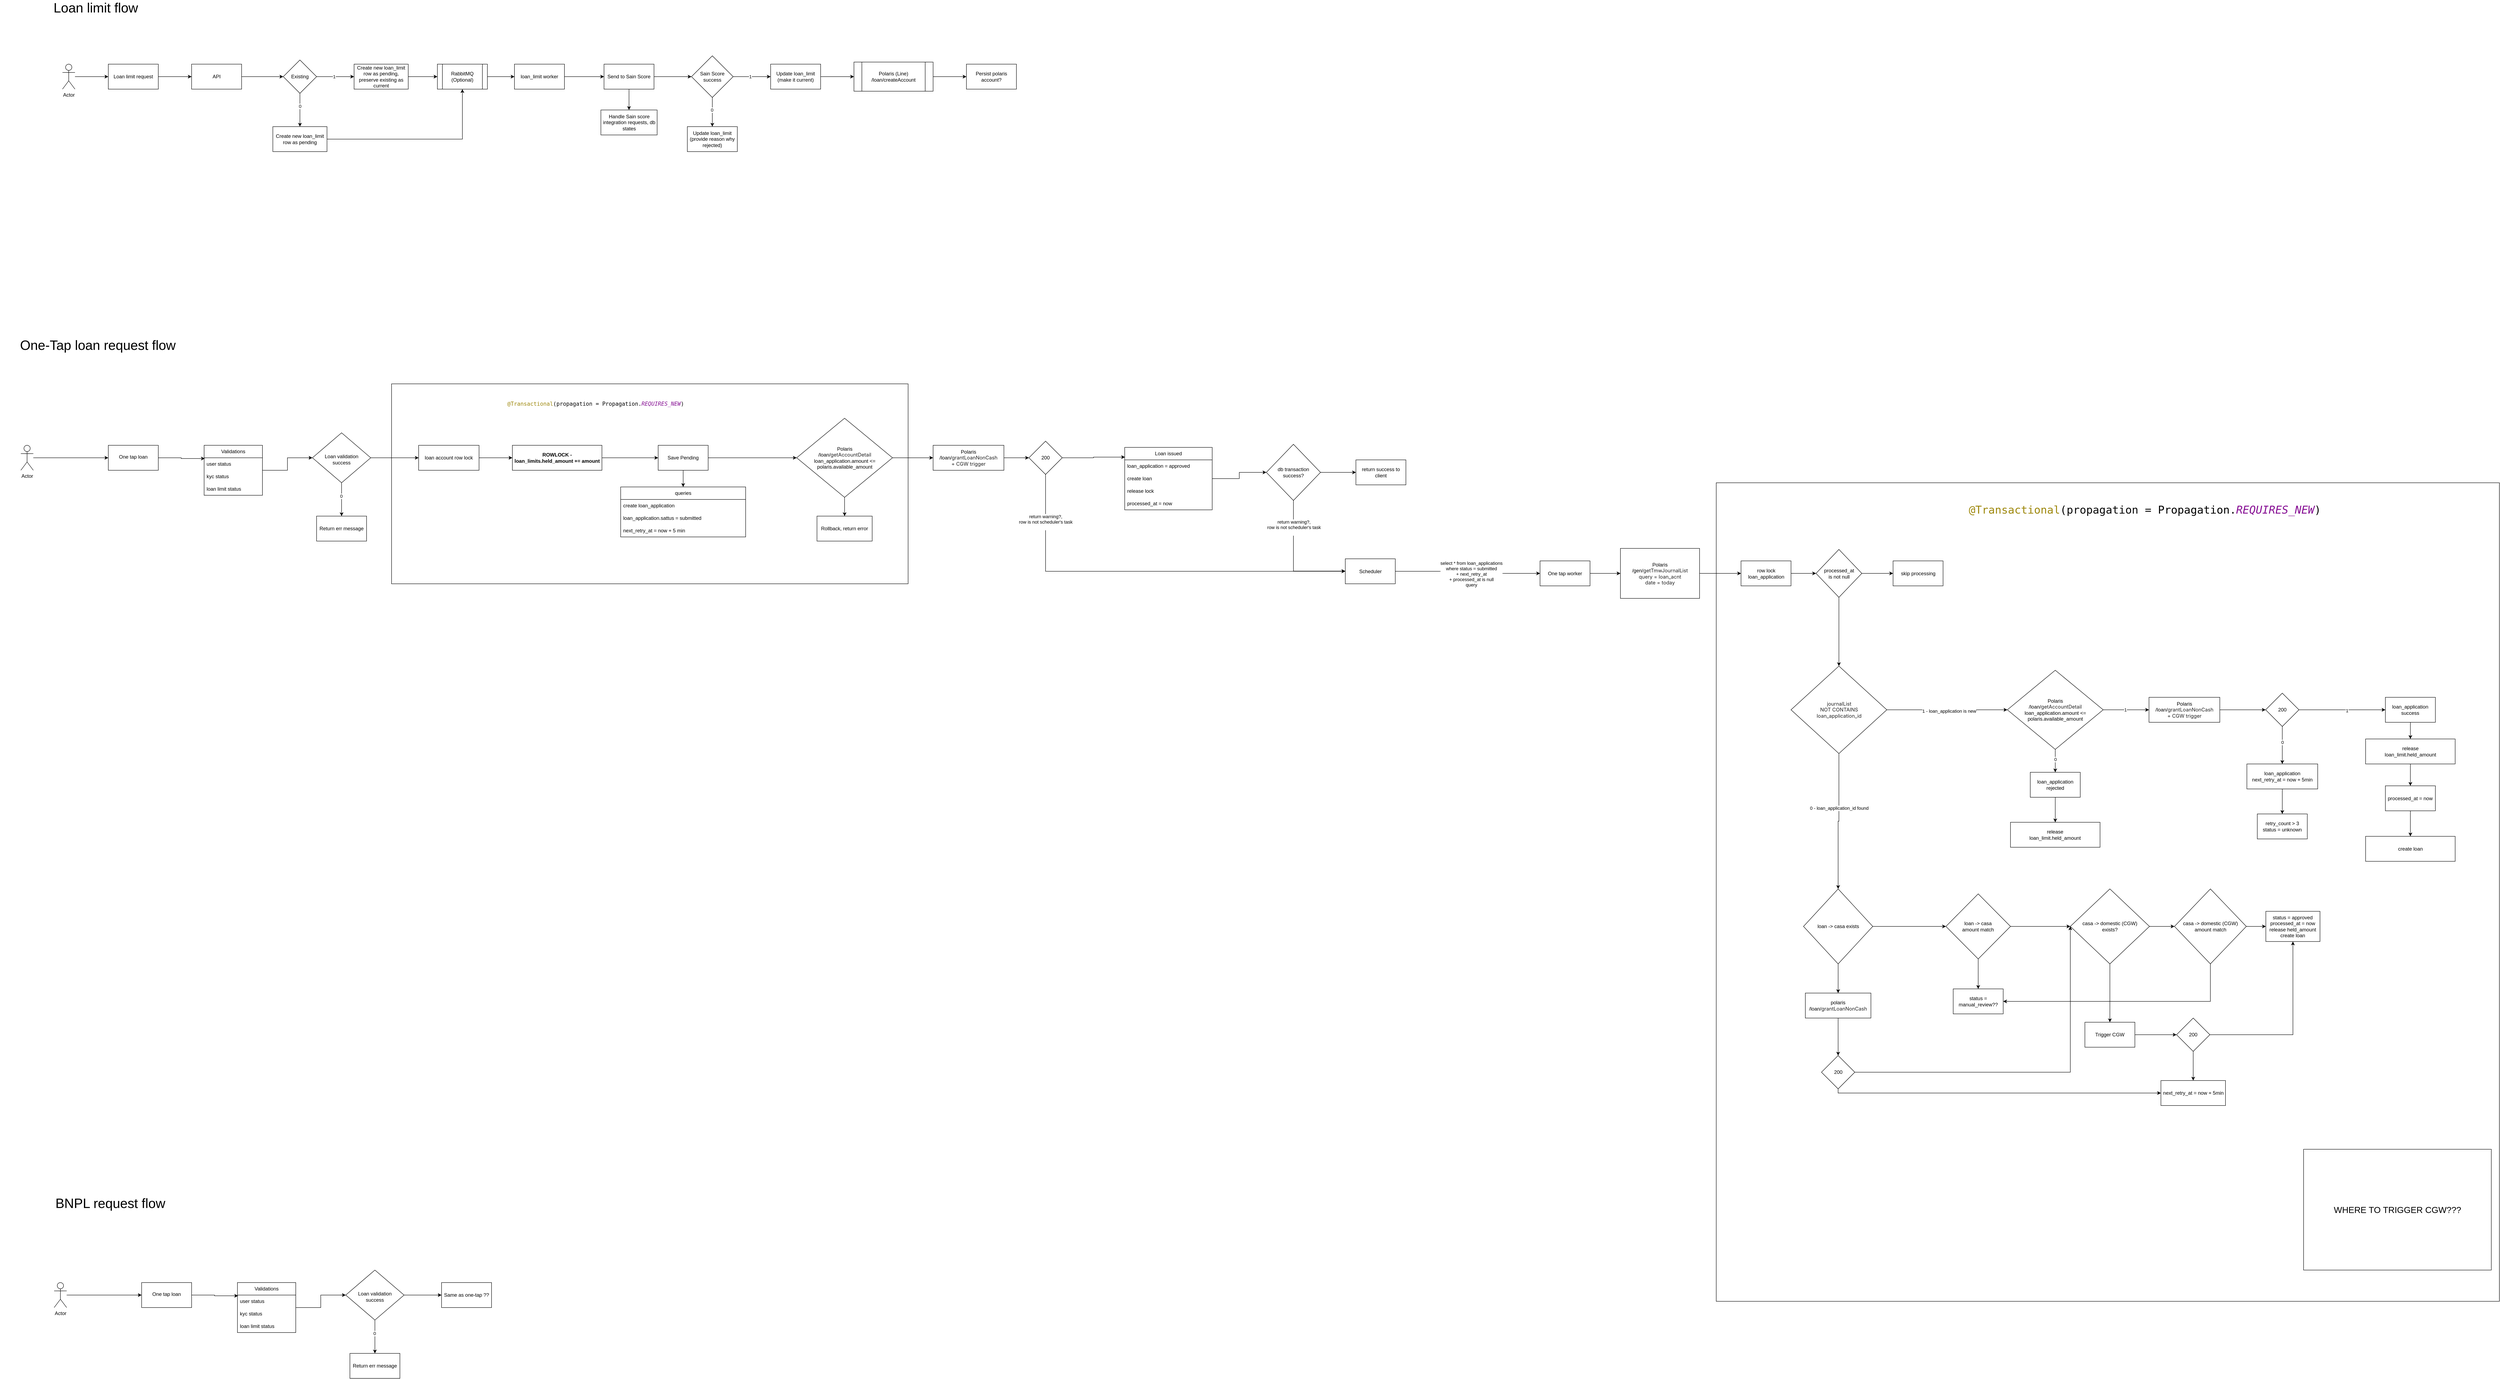
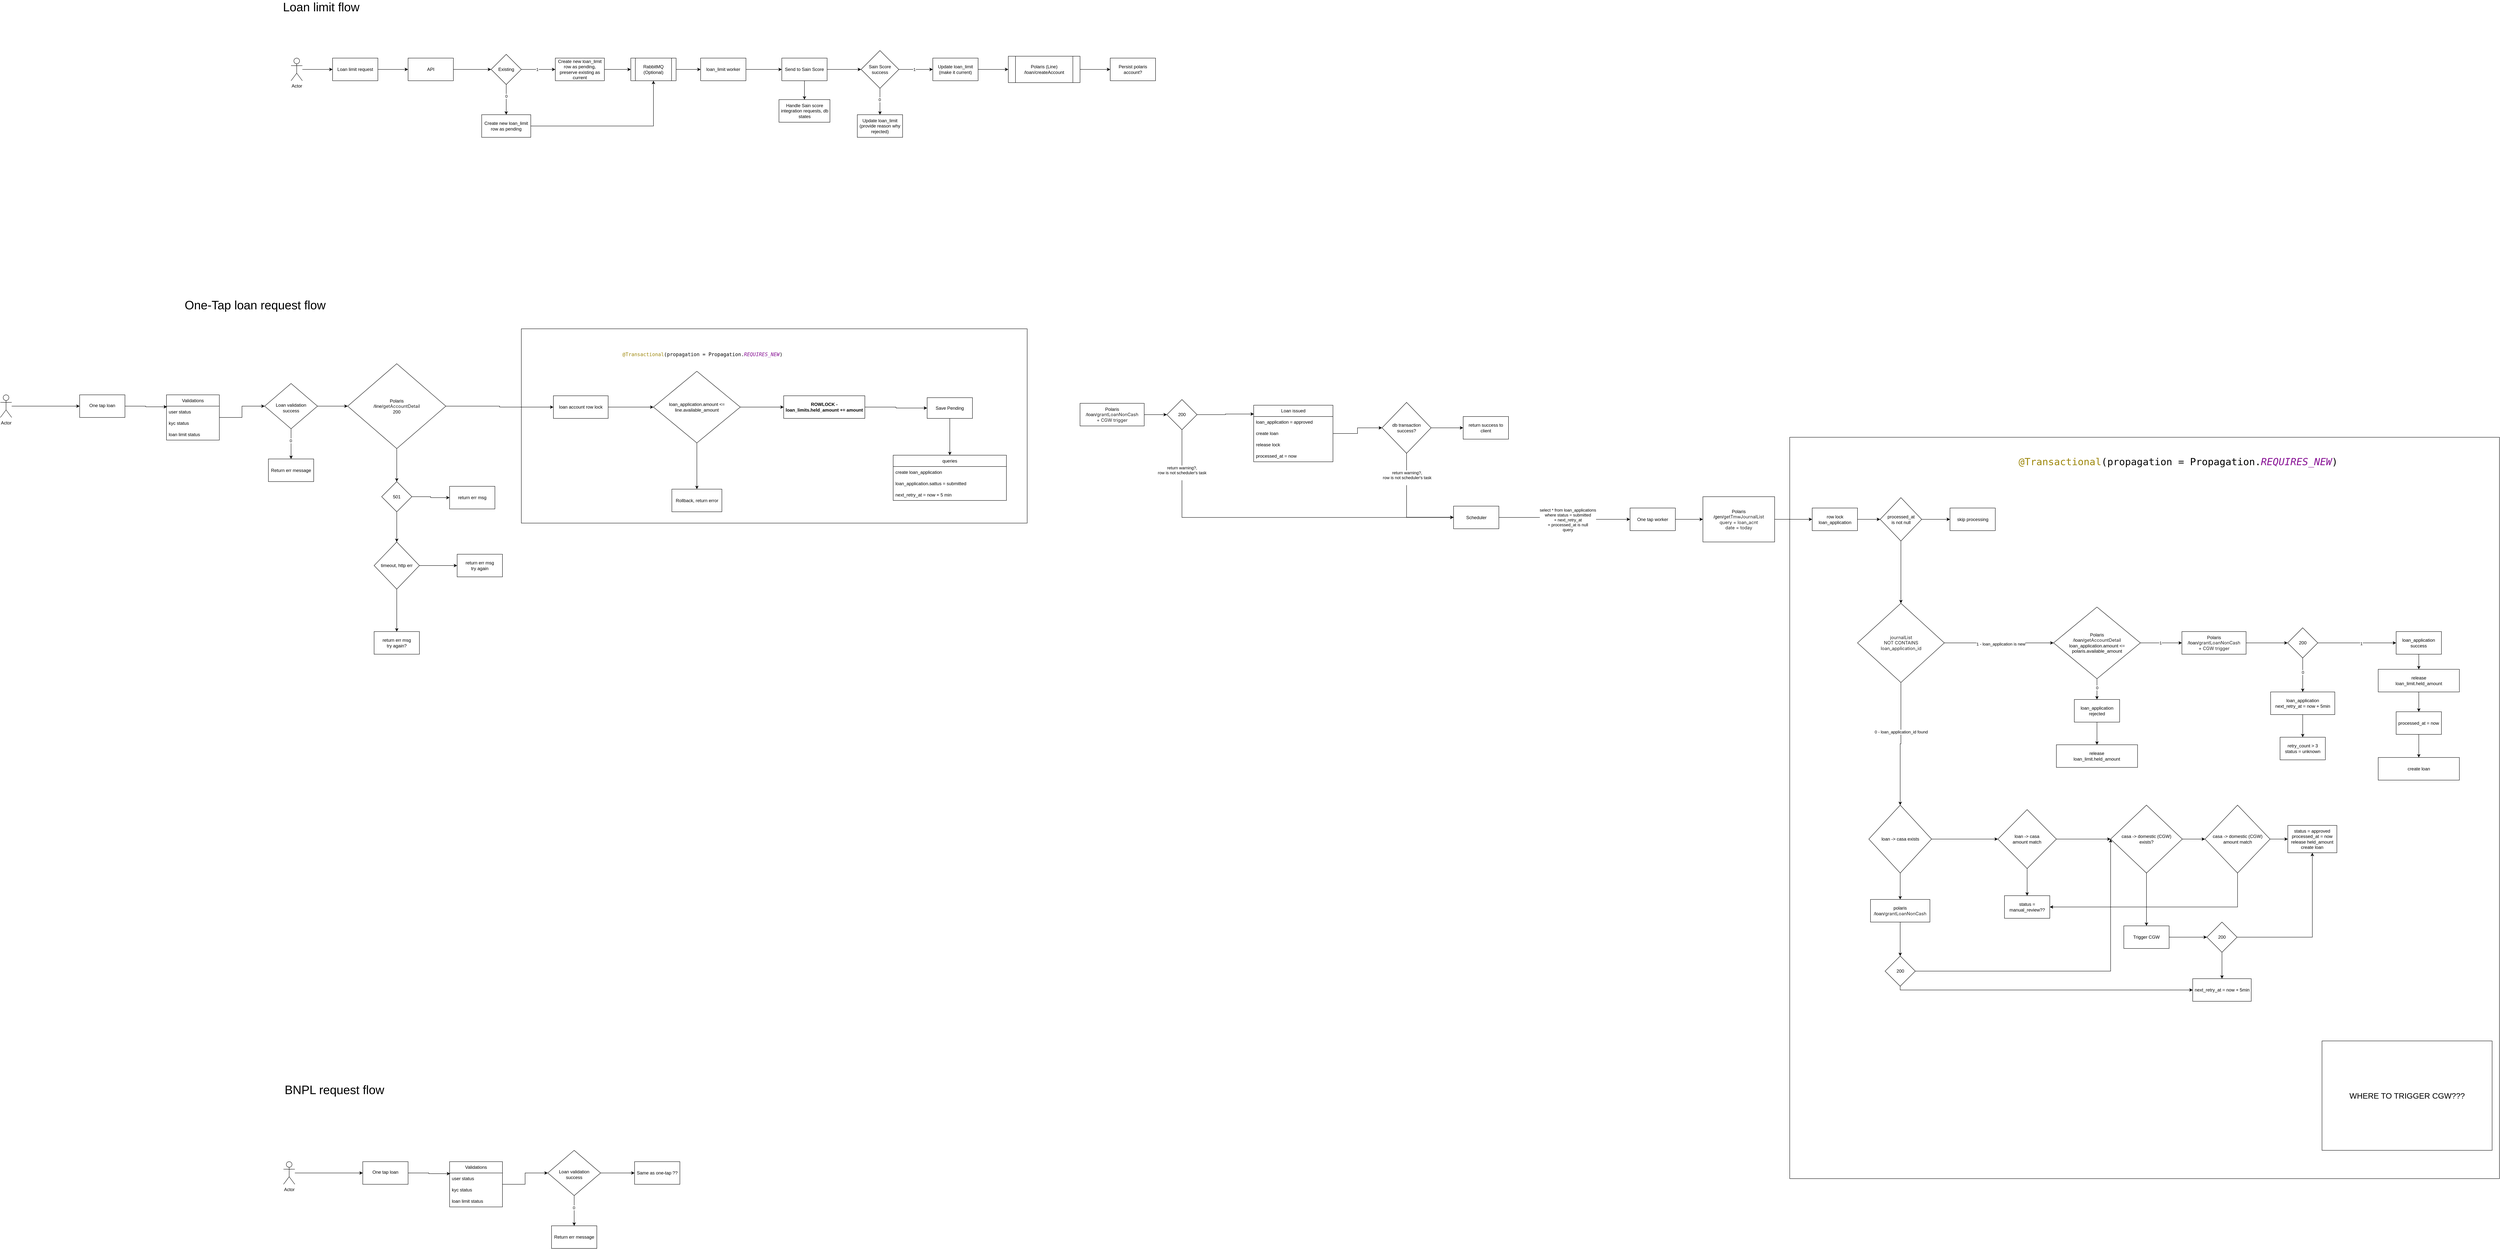
<mxfile host="app.diagrams.net">
  <diagram name="Page-1" id="VCBSuIh8bz7kurrQ0Zaz">
-     <mxGraphModel dx="2338" dy="870" grid="1" gridSize="10" guides="1" tooltips="1" connect="1" arrows="1" fold="1" page="1" pageScale="1" pageWidth="850" pageHeight="1100" math="0" shadow="0">
+     <mxGraphModel dx="2910" dy="1205" grid="1" gridSize="10" guides="1" tooltips="1" connect="1" arrows="1" fold="1" page="1" pageScale="1" pageWidth="850" pageHeight="1100" math="0" shadow="0">
      <root>
        <mxCell id="0" />
        <mxCell id="1" parent="0" />
        <mxCell id="In8fDh9ZLN2M87an2Miy-188" parent="1" style="rounded=0;whiteSpace=wrap;html=1;movable=0;resizable=0;rotatable=0;deletable=0;editable=0;locked=1;connectable=0;" value="" vertex="1">
          <mxGeometry height="1965" width="1880" x="4010" y="1215" as="geometry" />
        </mxCell>
-         <mxCell id="In8fDh9ZLN2M87an2Miy-172" parent="1" style="rounded=0;whiteSpace=wrap;html=1;movable=0;resizable=0;rotatable=0;deletable=0;editable=0;locked=1;connectable=0;" value="" vertex="1">
-           <mxGeometry height="480" width="1240" x="830" y="977.5" as="geometry" />
+         <mxCell id="In8fDh9ZLN2M87an2Miy-172" parent="1" style="rounded=0;whiteSpace=wrap;html=1;movable=1;resizable=1;rotatable=1;deletable=1;editable=1;locked=0;connectable=1;" value="" vertex="1">
+           <mxGeometry height="515" width="1340" x="650" y="927.5" as="geometry" />
        </mxCell>
        <mxCell id="KqixbsF9o6dLofBvsG9t-5" edge="1" parent="1" source="KqixbsF9o6dLofBvsG9t-1" style="edgeStyle=orthogonalEdgeStyle;rounded=0;orthogonalLoop=1;jettySize=auto;html=1;" target="KqixbsF9o6dLofBvsG9t-4" value="">
          <mxGeometry relative="1" as="geometry" />
        </mxCell>
        <mxCell id="KqixbsF9o6dLofBvsG9t-1" parent="1" style="rounded=0;whiteSpace=wrap;html=1;" value="Loan limit request" vertex="1">
          <mxGeometry height="60" width="120" x="150" y="210" as="geometry" />
        </mxCell>
        <mxCell id="KqixbsF9o6dLofBvsG9t-3" edge="1" parent="1" source="KqixbsF9o6dLofBvsG9t-2" style="edgeStyle=orthogonalEdgeStyle;rounded=0;orthogonalLoop=1;jettySize=auto;html=1;" target="KqixbsF9o6dLofBvsG9t-1" value="">
          <mxGeometry relative="1" as="geometry" />
        </mxCell>
        <mxCell id="KqixbsF9o6dLofBvsG9t-2" parent="1" style="shape=umlActor;verticalLabelPosition=bottom;verticalAlign=top;html=1;outlineConnect=0;" value="Actor" vertex="1">
          <mxGeometry height="60" width="30" x="40" y="210" as="geometry" />
        </mxCell>
        <mxCell id="KqixbsF9o6dLofBvsG9t-9" edge="1" parent="1" source="KqixbsF9o6dLofBvsG9t-4" style="edgeStyle=orthogonalEdgeStyle;rounded=0;orthogonalLoop=1;jettySize=auto;html=1;" target="KqixbsF9o6dLofBvsG9t-8" value="">
          <mxGeometry relative="1" as="geometry" />
        </mxCell>
        <mxCell id="KqixbsF9o6dLofBvsG9t-4" parent="1" style="rounded=0;whiteSpace=wrap;html=1;" value="API" vertex="1">
          <mxGeometry height="60" width="120" x="350" y="210" as="geometry" />
        </mxCell>
        <mxCell id="KqixbsF9o6dLofBvsG9t-11" edge="1" parent="1" source="KqixbsF9o6dLofBvsG9t-8" style="edgeStyle=orthogonalEdgeStyle;rounded=0;orthogonalLoop=1;jettySize=auto;html=1;" target="KqixbsF9o6dLofBvsG9t-10" value="">
          <mxGeometry relative="1" as="geometry" />
        </mxCell>
        <mxCell id="KqixbsF9o6dLofBvsG9t-12" connectable="0" parent="KqixbsF9o6dLofBvsG9t-11" style="edgeLabel;html=1;align=center;verticalAlign=middle;resizable=0;points=[];" value="1" vertex="1">
          <mxGeometry relative="1" x="-0.079" as="geometry">
            <mxPoint as="offset" />
          </mxGeometry>
        </mxCell>
        <mxCell id="KqixbsF9o6dLofBvsG9t-14" edge="1" parent="1" source="KqixbsF9o6dLofBvsG9t-8" style="edgeStyle=orthogonalEdgeStyle;rounded=0;orthogonalLoop=1;jettySize=auto;html=1;" target="KqixbsF9o6dLofBvsG9t-13" value="">
          <mxGeometry relative="1" as="geometry" />
        </mxCell>
        <mxCell id="KqixbsF9o6dLofBvsG9t-15" connectable="0" parent="KqixbsF9o6dLofBvsG9t-14" style="edgeLabel;html=1;align=center;verticalAlign=middle;resizable=0;points=[];" value="0" vertex="1">
          <mxGeometry relative="1" x="-0.2407" as="geometry">
            <mxPoint as="offset" />
          </mxGeometry>
        </mxCell>
        <mxCell id="KqixbsF9o6dLofBvsG9t-8" parent="1" style="rhombus;whiteSpace=wrap;html=1;rounded=0;" value="Existing" vertex="1">
          <mxGeometry height="80" width="80" x="570" y="200" as="geometry" />
        </mxCell>
        <mxCell id="KqixbsF9o6dLofBvsG9t-23" edge="1" parent="1" source="KqixbsF9o6dLofBvsG9t-10" style="edgeStyle=orthogonalEdgeStyle;rounded=0;orthogonalLoop=1;jettySize=auto;html=1;" target="KqixbsF9o6dLofBvsG9t-22" value="">
          <mxGeometry relative="1" as="geometry" />
        </mxCell>
        <mxCell id="KqixbsF9o6dLofBvsG9t-10" parent="1" style="whiteSpace=wrap;html=1;rounded=0;" value="Create new loan_limit row as pending, preserve existing as current" vertex="1">
          <mxGeometry height="60" width="130" x="740" y="210" as="geometry" />
        </mxCell>
        <mxCell id="KqixbsF9o6dLofBvsG9t-26" edge="1" parent="1" source="KqixbsF9o6dLofBvsG9t-13" style="edgeStyle=orthogonalEdgeStyle;rounded=0;orthogonalLoop=1;jettySize=auto;html=1;entryX=0.5;entryY=1;entryDx=0;entryDy=0;" target="KqixbsF9o6dLofBvsG9t-22">
          <mxGeometry relative="1" as="geometry" />
        </mxCell>
        <mxCell id="KqixbsF9o6dLofBvsG9t-13" parent="1" style="whiteSpace=wrap;html=1;rounded=0;" value="Create new loan_limit row as pending" vertex="1">
          <mxGeometry height="60" width="130" x="545" y="360" as="geometry" />
        </mxCell>
        <mxCell id="KqixbsF9o6dLofBvsG9t-25" edge="1" parent="1" source="KqixbsF9o6dLofBvsG9t-22" style="edgeStyle=orthogonalEdgeStyle;rounded=0;orthogonalLoop=1;jettySize=auto;html=1;" target="KqixbsF9o6dLofBvsG9t-24" value="">
          <mxGeometry relative="1" as="geometry" />
        </mxCell>
        <mxCell id="KqixbsF9o6dLofBvsG9t-22" parent="1" style="shape=process;whiteSpace=wrap;html=1;backgroundOutline=1;rounded=0;" value="RabbitMQ (Optional)" vertex="1">
          <mxGeometry height="60" width="120" x="940" y="210" as="geometry" />
        </mxCell>
        <mxCell id="KqixbsF9o6dLofBvsG9t-28" edge="1" parent="1" source="KqixbsF9o6dLofBvsG9t-24" style="edgeStyle=orthogonalEdgeStyle;rounded=0;orthogonalLoop=1;jettySize=auto;html=1;" target="KqixbsF9o6dLofBvsG9t-27" value="">
          <mxGeometry relative="1" as="geometry" />
        </mxCell>
        <mxCell id="KqixbsF9o6dLofBvsG9t-24" parent="1" style="whiteSpace=wrap;html=1;rounded=0;" value="loan_limit worker" vertex="1">
          <mxGeometry height="60" width="120" x="1125" y="210" as="geometry" />
        </mxCell>
        <mxCell id="KqixbsF9o6dLofBvsG9t-30" edge="1" parent="1" source="KqixbsF9o6dLofBvsG9t-27" style="edgeStyle=orthogonalEdgeStyle;rounded=0;orthogonalLoop=1;jettySize=auto;html=1;" target="KqixbsF9o6dLofBvsG9t-29" value="">
          <mxGeometry relative="1" as="geometry" />
        </mxCell>
        <mxCell id="KqixbsF9o6dLofBvsG9t-38" edge="1" parent="1" source="KqixbsF9o6dLofBvsG9t-27" style="edgeStyle=orthogonalEdgeStyle;rounded=0;orthogonalLoop=1;jettySize=auto;html=1;" target="KqixbsF9o6dLofBvsG9t-37" value="">
          <mxGeometry relative="1" as="geometry" />
        </mxCell>
        <mxCell id="KqixbsF9o6dLofBvsG9t-27" parent="1" style="whiteSpace=wrap;html=1;rounded=0;" value="Send to Sain Score" vertex="1">
          <mxGeometry height="60" width="120" x="1340" y="210" as="geometry" />
        </mxCell>
        <mxCell id="KqixbsF9o6dLofBvsG9t-32" edge="1" parent="1" source="KqixbsF9o6dLofBvsG9t-29" style="edgeStyle=orthogonalEdgeStyle;rounded=0;orthogonalLoop=1;jettySize=auto;html=1;" target="KqixbsF9o6dLofBvsG9t-31" value="">
          <mxGeometry relative="1" as="geometry" />
        </mxCell>
        <mxCell id="KqixbsF9o6dLofBvsG9t-33" connectable="0" parent="KqixbsF9o6dLofBvsG9t-32" style="edgeLabel;html=1;align=center;verticalAlign=middle;resizable=0;points=[];" value="1" vertex="1">
          <mxGeometry relative="1" x="-0.1048" as="geometry">
            <mxPoint as="offset" />
          </mxGeometry>
        </mxCell>
        <mxCell id="KqixbsF9o6dLofBvsG9t-35" edge="1" parent="1" source="KqixbsF9o6dLofBvsG9t-29" style="edgeStyle=orthogonalEdgeStyle;rounded=0;orthogonalLoop=1;jettySize=auto;html=1;" target="KqixbsF9o6dLofBvsG9t-34" value="">
          <mxGeometry relative="1" as="geometry" />
        </mxCell>
        <mxCell id="KqixbsF9o6dLofBvsG9t-36" connectable="0" parent="KqixbsF9o6dLofBvsG9t-35" style="edgeLabel;html=1;align=center;verticalAlign=middle;resizable=0;points=[];" value="0" vertex="1">
          <mxGeometry relative="1" x="-0.1429" y="-1" as="geometry">
            <mxPoint as="offset" />
          </mxGeometry>
        </mxCell>
        <mxCell id="KqixbsF9o6dLofBvsG9t-29" parent="1" style="rhombus;whiteSpace=wrap;html=1;rounded=0;" value="Sain Score success" vertex="1">
          <mxGeometry height="100" width="100" x="1550" y="190" as="geometry" />
        </mxCell>
        <mxCell id="KqixbsF9o6dLofBvsG9t-66" edge="1" parent="1" source="KqixbsF9o6dLofBvsG9t-31" style="edgeStyle=orthogonalEdgeStyle;rounded=0;orthogonalLoop=1;jettySize=auto;html=1;" target="KqixbsF9o6dLofBvsG9t-65" value="">
          <mxGeometry relative="1" as="geometry" />
        </mxCell>
        <mxCell id="KqixbsF9o6dLofBvsG9t-31" parent="1" style="whiteSpace=wrap;html=1;rounded=0;" value="Update loan_limit (make it current)" vertex="1">
          <mxGeometry height="60" width="120" x="1740" y="210" as="geometry" />
        </mxCell>
        <mxCell id="KqixbsF9o6dLofBvsG9t-34" parent="1" style="whiteSpace=wrap;html=1;rounded=0;" value="Update loan_limit&lt;br&gt;(provide reason why rejected)" vertex="1">
          <mxGeometry height="60" width="120" x="1540" y="360" as="geometry" />
        </mxCell>
        <mxCell id="KqixbsF9o6dLofBvsG9t-37" parent="1" style="whiteSpace=wrap;html=1;rounded=0;" value="Handle Sain score integration requests, db states" vertex="1">
          <mxGeometry height="60" width="135" x="1332.5" y="320" as="geometry" />
        </mxCell>
        <mxCell id="KqixbsF9o6dLofBvsG9t-40" parent="1" style="text;html=1;whiteSpace=wrap;strokeColor=none;fillColor=none;align=center;verticalAlign=middle;rounded=0;fontSize=32;" value="Loan limit flow" vertex="1">
          <mxGeometry height="30" width="260" x="-10" y="60" as="geometry" />
        </mxCell>
        <mxCell id="KqixbsF9o6dLofBvsG9t-74" edge="1" parent="1" source="KqixbsF9o6dLofBvsG9t-65" style="edgeStyle=orthogonalEdgeStyle;rounded=0;orthogonalLoop=1;jettySize=auto;html=1;" target="KqixbsF9o6dLofBvsG9t-73" value="">
          <mxGeometry relative="1" as="geometry" />
        </mxCell>
        <mxCell id="KqixbsF9o6dLofBvsG9t-65" parent="1" style="shape=process;whiteSpace=wrap;html=1;backgroundOutline=1;rounded=0;" value="Polaris (Line)&lt;br&gt;/loan/createAccount" vertex="1">
          <mxGeometry height="70" width="190" x="1940" y="205" as="geometry" />
        </mxCell>
        <mxCell id="KqixbsF9o6dLofBvsG9t-73" parent="1" style="whiteSpace=wrap;html=1;rounded=0;" value="Persist polaris account?" vertex="1">
          <mxGeometry height="60" width="120" x="2210" y="210" as="geometry" />
        </mxCell>
        <mxCell id="U8Ajh8Gpa-m2DNKNFQys-1" parent="1" style="text;html=1;whiteSpace=wrap;strokeColor=none;fillColor=none;align=center;verticalAlign=middle;rounded=0;fontSize=32;" value="One-Tap loan request flow" vertex="1">
-           <mxGeometry height="30" width="470" x="-110" y="870" as="geometry" />
+           <mxGeometry height="30" width="470" x="-290" y="850" as="geometry" />
        </mxCell>
        <mxCell id="In8fDh9ZLN2M87an2Miy-1" edge="1" parent="1" source="In8fDh9ZLN2M87an2Miy-2" style="edgeStyle=orthogonalEdgeStyle;rounded=0;orthogonalLoop=1;jettySize=auto;html=1;" target="In8fDh9ZLN2M87an2Miy-4" value="">
          <mxGeometry relative="1" as="geometry" />
        </mxCell>
        <mxCell id="In8fDh9ZLN2M87an2Miy-2" parent="1" style="shape=umlActor;verticalLabelPosition=bottom;verticalAlign=top;html=1;outlineConnect=0;" value="Actor" vertex="1">
-           <mxGeometry height="60" width="30" x="-60" y="1125" as="geometry" />
+           <mxGeometry height="60" width="30" x="-730" y="1102.5" as="geometry" />
        </mxCell>
        <mxCell id="In8fDh9ZLN2M87an2Miy-3" edge="1" parent="1" source="In8fDh9ZLN2M87an2Miy-4" style="edgeStyle=orthogonalEdgeStyle;rounded=0;orthogonalLoop=1;jettySize=auto;html=1;entryX=0.011;entryY=0.06;entryDx=0;entryDy=0;entryPerimeter=0;" target="In8fDh9ZLN2M87an2Miy-28" value="">
          <mxGeometry relative="1" as="geometry">
-             <mxPoint x="360" y="1155" as="targetPoint" />
+             <mxPoint x="-310" y="1132.5" as="targetPoint" />
          </mxGeometry>
        </mxCell>
        <mxCell id="In8fDh9ZLN2M87an2Miy-4" parent="1" style="whiteSpace=wrap;html=1;verticalAlign=top;" value="&lt;div&gt;&lt;br&gt;&lt;/div&gt;&lt;div&gt;One tap loan&lt;/div&gt;" vertex="1">
-           <mxGeometry height="60" width="120" x="150" y="1125" as="geometry" />
+           <mxGeometry height="60" width="120" x="-520" y="1102.5" as="geometry" />
        </mxCell>
        <mxCell id="In8fDh9ZLN2M87an2Miy-7" edge="1" parent="1" source="In8fDh9ZLN2M87an2Miy-9" style="edgeStyle=orthogonalEdgeStyle;rounded=0;orthogonalLoop=1;jettySize=auto;html=1;" target="In8fDh9ZLN2M87an2Miy-13" value="">
          <mxGeometry relative="1" as="geometry" />
        </mxCell>
        <mxCell id="In8fDh9ZLN2M87an2Miy-8" connectable="0" parent="In8fDh9ZLN2M87an2Miy-7" style="edgeLabel;html=1;align=center;verticalAlign=middle;resizable=0;points=[];" value="0" vertex="1">
          <mxGeometry relative="1" x="-0.2091" y="-1" as="geometry">
            <mxPoint as="offset" />
          </mxGeometry>
        </mxCell>
-         <mxCell id="In8fDh9ZLN2M87an2Miy-163" edge="1" parent="1" source="In8fDh9ZLN2M87an2Miy-9" style="edgeStyle=orthogonalEdgeStyle;rounded=0;orthogonalLoop=1;jettySize=auto;html=1;entryX=0;entryY=0.5;entryDx=0;entryDy=0;" target="In8fDh9ZLN2M87an2Miy-161">
+         <mxCell id="In8fDh9ZLN2M87an2Miy-230" edge="1" parent="1" source="In8fDh9ZLN2M87an2Miy-9" style="edgeStyle=orthogonalEdgeStyle;rounded=0;orthogonalLoop=1;jettySize=auto;html=1;" target="In8fDh9ZLN2M87an2Miy-228">
          <mxGeometry relative="1" as="geometry" />
        </mxCell>
        <mxCell id="In8fDh9ZLN2M87an2Miy-9" parent="1" style="rhombus;whiteSpace=wrap;html=1;verticalAlign=top;" value="&lt;br&gt;&lt;br&gt;&lt;div&gt;&lt;br&gt;&lt;/div&gt;&lt;div&gt;Loan validation&lt;br&gt;success&lt;/div&gt;" vertex="1">
-           <mxGeometry height="120" width="140" x="640" y="1095" as="geometry" />
+           <mxGeometry height="120" width="140" x="-30" y="1072.5" as="geometry" />
        </mxCell>
        <mxCell id="In8fDh9ZLN2M87an2Miy-10" edge="1" parent="1" source="In8fDh9ZLN2M87an2Miy-12" style="edgeStyle=orthogonalEdgeStyle;rounded=0;orthogonalLoop=1;jettySize=auto;html=1;entryX=0.5;entryY=0;entryDx=0;entryDy=0;" target="In8fDh9ZLN2M87an2Miy-14">
          <mxGeometry relative="1" as="geometry" />
        </mxCell>
        <mxCell id="In8fDh9ZLN2M87an2Miy-54" edge="1" parent="1" source="In8fDh9ZLN2M87an2Miy-105" style="edgeStyle=orthogonalEdgeStyle;rounded=0;orthogonalLoop=1;jettySize=auto;html=1;exitX=1;exitY=0.5;exitDx=0;exitDy=0;" target="In8fDh9ZLN2M87an2Miy-53" value="">
          <mxGeometry relative="1" as="geometry">
            <mxPoint x="3329.5" y="1432.5" as="sourcePoint" />
          </mxGeometry>
        </mxCell>
        <mxCell id="In8fDh9ZLN2M87an2Miy-55" connectable="0" parent="In8fDh9ZLN2M87an2Miy-54" style="edgeLabel;html=1;align=center;verticalAlign=middle;resizable=0;points=[];" value="select * from loan_applications&lt;br&gt;where status = submitted&lt;br&gt;+ next_retry_at&lt;br&gt;+ processed_at is null&lt;br&gt;query" vertex="1">
          <mxGeometry relative="1" x="0.0637" y="-1" as="geometry">
            <mxPoint as="offset" />
          </mxGeometry>
        </mxCell>
-         <mxCell id="In8fDh9ZLN2M87an2Miy-173" edge="1" parent="1" source="In8fDh9ZLN2M87an2Miy-12" style="edgeStyle=orthogonalEdgeStyle;rounded=0;orthogonalLoop=1;jettySize=auto;html=1;entryX=0;entryY=0.5;entryDx=0;entryDy=0;" target="In8fDh9ZLN2M87an2Miy-152">
-           <mxGeometry relative="1" as="geometry" />
-         </mxCell>
        <mxCell id="In8fDh9ZLN2M87an2Miy-12" parent="1" style="whiteSpace=wrap;html=1;verticalAlign=middle;" value="Save Pending" vertex="1">
-           <mxGeometry height="60" width="120" x="1470" y="1125" as="geometry" />
+           <mxGeometry height="55" width="120" x="1725" y="1110" as="geometry" />
        </mxCell>
        <mxCell id="In8fDh9ZLN2M87an2Miy-13" parent="1" style="whiteSpace=wrap;html=1;verticalAlign=middle;" value="Return err message" vertex="1">
-           <mxGeometry height="60" width="120" x="650" y="1295" as="geometry" />
+           <mxGeometry height="60" width="120" x="-20" y="1272.5" as="geometry" />
        </mxCell>
        <mxCell id="In8fDh9ZLN2M87an2Miy-14" parent="1" style="swimlane;fontStyle=0;childLayout=stackLayout;horizontal=1;startSize=30;horizontalStack=0;resizeParent=1;resizeParentMax=0;resizeLast=0;collapsible=1;marginBottom=0;whiteSpace=wrap;html=1;" value="queries" vertex="1">
-           <mxGeometry height="120" width="300" x="1380" y="1225" as="geometry" />
+           <mxGeometry height="120" width="300" x="1635" y="1262.5" as="geometry" />
        </mxCell>
        <mxCell id="In8fDh9ZLN2M87an2Miy-15" parent="In8fDh9ZLN2M87an2Miy-14" style="text;strokeColor=none;fillColor=none;align=left;verticalAlign=middle;spacingLeft=4;spacingRight=4;overflow=hidden;points=[[0,0.5],[1,0.5]];portConstraint=eastwest;rotatable=0;whiteSpace=wrap;html=1;" value="create loan_application" vertex="1">
          <mxGeometry height="30" width="300" y="30" as="geometry" />
        </mxCell>
        <mxCell id="In8fDh9ZLN2M87an2Miy-104" parent="In8fDh9ZLN2M87an2Miy-14" style="text;strokeColor=none;fillColor=none;align=left;verticalAlign=middle;spacingLeft=4;spacingRight=4;overflow=hidden;points=[[0,0.5],[1,0.5]];portConstraint=eastwest;rotatable=0;whiteSpace=wrap;html=1;" value="loan_application.sattus = submitted" vertex="1">
          <mxGeometry height="30" width="300" y="60" as="geometry" />
        </mxCell>
        <mxCell id="In8fDh9ZLN2M87an2Miy-17" parent="In8fDh9ZLN2M87an2Miy-14" style="text;strokeColor=none;fillColor=none;align=left;verticalAlign=middle;spacingLeft=4;spacingRight=4;overflow=hidden;points=[[0,0.5],[1,0.5]];portConstraint=eastwest;rotatable=0;whiteSpace=wrap;html=1;" value="next_retry_at = now + 5 min" vertex="1">
          <mxGeometry height="30" width="300" y="90" as="geometry" />
        </mxCell>
        <mxCell id="In8fDh9ZLN2M87an2Miy-32" edge="1" parent="1" source="In8fDh9ZLN2M87an2Miy-27" style="edgeStyle=orthogonalEdgeStyle;rounded=0;orthogonalLoop=1;jettySize=auto;html=1;entryX=0;entryY=0.5;entryDx=0;entryDy=0;" target="In8fDh9ZLN2M87an2Miy-9">
          <mxGeometry relative="1" as="geometry" />
        </mxCell>
        <mxCell id="In8fDh9ZLN2M87an2Miy-27" parent="1" style="swimlane;fontStyle=0;childLayout=stackLayout;horizontal=1;startSize=30;horizontalStack=0;resizeParent=1;resizeParentMax=0;resizeLast=0;collapsible=1;marginBottom=0;whiteSpace=wrap;html=1;" value="Validations" vertex="1">
-           <mxGeometry height="120" width="140" x="380" y="1125" as="geometry" />
+           <mxGeometry height="120" width="140" x="-290" y="1102.5" as="geometry" />
        </mxCell>
        <mxCell id="In8fDh9ZLN2M87an2Miy-28" parent="In8fDh9ZLN2M87an2Miy-27" style="text;strokeColor=none;fillColor=none;align=left;verticalAlign=middle;spacingLeft=4;spacingRight=4;overflow=hidden;points=[[0,0.5],[1,0.5]];portConstraint=eastwest;rotatable=0;whiteSpace=wrap;html=1;" value="user status" vertex="1">
          <mxGeometry height="30" width="140" y="30" as="geometry" />
        </mxCell>
        <mxCell id="In8fDh9ZLN2M87an2Miy-29" parent="In8fDh9ZLN2M87an2Miy-27" style="text;strokeColor=none;fillColor=none;align=left;verticalAlign=middle;spacingLeft=4;spacingRight=4;overflow=hidden;points=[[0,0.5],[1,0.5]];portConstraint=eastwest;rotatable=0;whiteSpace=wrap;html=1;" value="kyc status" vertex="1">
          <mxGeometry height="30" width="140" y="60" as="geometry" />
        </mxCell>
        <mxCell id="In8fDh9ZLN2M87an2Miy-33" parent="In8fDh9ZLN2M87an2Miy-27" style="text;strokeColor=none;fillColor=none;align=left;verticalAlign=middle;spacingLeft=4;spacingRight=4;overflow=hidden;points=[[0,0.5],[1,0.5]];portConstraint=eastwest;rotatable=0;whiteSpace=wrap;html=1;" value="loan limit status" vertex="1">
          <mxGeometry height="30" width="140" y="90" as="geometry" />
        </mxCell>
        <mxCell id="In8fDh9ZLN2M87an2Miy-116" edge="1" parent="1" source="In8fDh9ZLN2M87an2Miy-53" style="edgeStyle=orthogonalEdgeStyle;rounded=0;orthogonalLoop=1;jettySize=auto;html=1;entryX=0;entryY=0.5;entryDx=0;entryDy=0;" target="In8fDh9ZLN2M87an2Miy-68">
          <mxGeometry relative="1" as="geometry" />
        </mxCell>
        <mxCell id="In8fDh9ZLN2M87an2Miy-53" parent="1" style="whiteSpace=wrap;html=1;" value="One tap worker" vertex="1">
          <mxGeometry height="60" width="120" x="3587" y="1402.5" as="geometry" />
        </mxCell>
        <mxCell id="In8fDh9ZLN2M87an2Miy-67" edge="1" parent="1" source="In8fDh9ZLN2M87an2Miy-58" style="edgeStyle=orthogonalEdgeStyle;rounded=0;orthogonalLoop=1;jettySize=auto;html=1;entryX=0;entryY=0.5;entryDx=0;entryDy=0;" target="In8fDh9ZLN2M87an2Miy-66" value="">
          <mxGeometry relative="1" as="geometry">
            <mxPoint x="5343.87" y="1760" as="targetPoint" />
          </mxGeometry>
        </mxCell>
        <mxCell id="In8fDh9ZLN2M87an2Miy-58" parent="1" style="whiteSpace=wrap;html=1;" value="Polaris /loan/&lt;span style=&quot;color: rgb(33, 33, 33); font-family: Inter, system-ui, -apple-system, &amp;quot;system-ui&amp;quot;, &amp;quot;Segoe UI&amp;quot;, Roboto, Oxygen, Ubuntu, Cantarell, &amp;quot;Fira Sans&amp;quot;, &amp;quot;Droid Sans&amp;quot;, Helvetica, Arial, sans-serif; text-align: left; white-space: pre-wrap; background-color: rgb(255, 255, 255);&quot;&gt;grantLoanNonCash&lt;br/&gt;+ CGW trigger&lt;/span&gt;" vertex="1">
          <mxGeometry height="60" width="170" x="5048.87" y="1730" as="geometry" />
        </mxCell>
        <mxCell id="In8fDh9ZLN2M87an2Miy-62" edge="1" parent="1" source="In8fDh9ZLN2M87an2Miy-59" style="edgeStyle=orthogonalEdgeStyle;rounded=0;orthogonalLoop=1;jettySize=auto;html=1;" target="In8fDh9ZLN2M87an2Miy-61" value="">
          <mxGeometry relative="1" as="geometry" />
        </mxCell>
        <mxCell id="In8fDh9ZLN2M87an2Miy-91" connectable="0" parent="In8fDh9ZLN2M87an2Miy-62" style="edgeLabel;html=1;align=center;verticalAlign=middle;resizable=0;points=[];" value="0" vertex="1">
          <mxGeometry relative="1" x="-0.1431" as="geometry">
            <mxPoint as="offset" />
          </mxGeometry>
        </mxCell>
        <mxCell id="In8fDh9ZLN2M87an2Miy-65" edge="1" parent="1" source="In8fDh9ZLN2M87an2Miy-59" style="edgeStyle=orthogonalEdgeStyle;rounded=0;orthogonalLoop=1;jettySize=auto;html=1;" target="In8fDh9ZLN2M87an2Miy-58">
          <mxGeometry relative="1" as="geometry" />
        </mxCell>
        <mxCell id="In8fDh9ZLN2M87an2Miy-90" connectable="0" parent="In8fDh9ZLN2M87an2Miy-65" style="edgeLabel;html=1;align=center;verticalAlign=middle;resizable=0;points=[];" value="1" vertex="1">
          <mxGeometry relative="1" x="-0.0451" as="geometry">
            <mxPoint as="offset" />
          </mxGeometry>
        </mxCell>
        <mxCell id="In8fDh9ZLN2M87an2Miy-59" parent="1" style="rhombus;whiteSpace=wrap;html=1;" value="Polaris&lt;br&gt;/loan/&lt;span style=&quot;color: rgb(33, 33, 33); font-family: Inter, system-ui, -apple-system, &amp;quot;system-ui&amp;quot;, &amp;quot;Segoe UI&amp;quot;, Roboto, Oxygen, Ubuntu, Cantarell, &amp;quot;Fira Sans&amp;quot;, &amp;quot;Droid Sans&amp;quot;, Helvetica, Arial, sans-serif; text-align: left; white-space: pre-wrap; background-color: rgb(255, 255, 255);&quot;&gt;getAccountDetail&lt;/span&gt;&lt;br&gt;loan_application.amount &amp;lt;= polaris.available_amount" vertex="1">
          <mxGeometry height="190" width="230" x="4708.87" y="1665" as="geometry" />
        </mxCell>
        <mxCell id="In8fDh9ZLN2M87an2Miy-64" edge="1" parent="1" source="In8fDh9ZLN2M87an2Miy-61" style="edgeStyle=orthogonalEdgeStyle;rounded=0;orthogonalLoop=1;jettySize=auto;html=1;" target="In8fDh9ZLN2M87an2Miy-63" value="">
          <mxGeometry relative="1" as="geometry" />
        </mxCell>
        <mxCell id="In8fDh9ZLN2M87an2Miy-61" parent="1" style="whiteSpace=wrap;html=1;" value="loan_application&lt;br&gt;rejected" vertex="1">
          <mxGeometry height="60" width="120" x="4763.87" y="1910" as="geometry" />
        </mxCell>
        <mxCell id="In8fDh9ZLN2M87an2Miy-63" parent="1" style="whiteSpace=wrap;html=1;" value="release &lt;br&gt;loan_limit.held_amount" vertex="1">
          <mxGeometry height="60" width="215" x="4716.37" y="2030" as="geometry" />
        </mxCell>
        <mxCell id="In8fDh9ZLN2M87an2Miy-81" edge="1" parent="1" source="In8fDh9ZLN2M87an2Miy-66" style="edgeStyle=orthogonalEdgeStyle;rounded=0;orthogonalLoop=1;jettySize=auto;html=1;entryX=0;entryY=0.5;entryDx=0;entryDy=0;" target="In8fDh9ZLN2M87an2Miy-79">
          <mxGeometry relative="1" as="geometry" />
        </mxCell>
        <mxCell id="In8fDh9ZLN2M87an2Miy-92" connectable="0" parent="In8fDh9ZLN2M87an2Miy-81" style="edgeLabel;html=1;align=center;verticalAlign=middle;resizable=0;points=[];" value="1" vertex="1">
          <mxGeometry relative="1" x="0.1055" y="-2" as="geometry">
            <mxPoint as="offset" />
          </mxGeometry>
        </mxCell>
        <mxCell id="In8fDh9ZLN2M87an2Miy-83" edge="1" parent="1" source="In8fDh9ZLN2M87an2Miy-66" style="edgeStyle=orthogonalEdgeStyle;rounded=0;orthogonalLoop=1;jettySize=auto;html=1;" target="In8fDh9ZLN2M87an2Miy-82" value="">
          <mxGeometry relative="1" as="geometry" />
        </mxCell>
        <mxCell id="In8fDh9ZLN2M87an2Miy-93" connectable="0" parent="In8fDh9ZLN2M87an2Miy-83" style="edgeLabel;html=1;align=center;verticalAlign=middle;resizable=0;points=[];" value="0" vertex="1">
          <mxGeometry relative="1" x="-0.1623" as="geometry">
            <mxPoint as="offset" />
          </mxGeometry>
        </mxCell>
        <mxCell id="In8fDh9ZLN2M87an2Miy-66" parent="1" style="rhombus;whiteSpace=wrap;html=1;" value="200" vertex="1">
          <mxGeometry height="80" width="80" x="5328.87" y="1720" as="geometry" />
        </mxCell>
        <mxCell id="In8fDh9ZLN2M87an2Miy-119" edge="1" parent="1" source="In8fDh9ZLN2M87an2Miy-68" style="edgeStyle=orthogonalEdgeStyle;rounded=0;orthogonalLoop=1;jettySize=auto;html=1;" target="In8fDh9ZLN2M87an2Miy-118" value="">
          <mxGeometry relative="1" as="geometry" />
        </mxCell>
        <mxCell id="In8fDh9ZLN2M87an2Miy-68" parent="1" style="whiteSpace=wrap;html=1;" value="Polaris&lt;br&gt;/gen/&lt;span style=&quot;white-space: pre-wrap; color: rgb(33, 33, 33); font-family: Inter, system-ui, -apple-system, &amp;quot;system-ui&amp;quot;, &amp;quot;Segoe UI&amp;quot;, Roboto, Oxygen, Ubuntu, Cantarell, &amp;quot;Fira Sans&amp;quot;, &amp;quot;Droid Sans&amp;quot;, Helvetica, Arial, sans-serif; text-align: left; background-color: rgb(255, 255, 255);&quot;&gt;getTmwJournalList&lt;br&gt;query = loan_acnt&lt;br/&gt;date = today&lt;/span&gt;" vertex="1">
          <mxGeometry height="120" width="190" x="3780" y="1372.5" as="geometry" />
        </mxCell>
        <mxCell id="In8fDh9ZLN2M87an2Miy-71" edge="1" parent="1" source="In8fDh9ZLN2M87an2Miy-69" style="edgeStyle=orthogonalEdgeStyle;rounded=0;orthogonalLoop=1;jettySize=auto;html=1;entryX=0;entryY=0.5;entryDx=0;entryDy=0;" target="In8fDh9ZLN2M87an2Miy-59">
          <mxGeometry relative="1" as="geometry" />
        </mxCell>
        <mxCell id="In8fDh9ZLN2M87an2Miy-77" connectable="0" parent="In8fDh9ZLN2M87an2Miy-71" style="edgeLabel;html=1;align=center;verticalAlign=middle;resizable=0;points=[];" value="1 - loan_application is new" vertex="1">
          <mxGeometry relative="1" x="0.0312" y="-3" as="geometry">
            <mxPoint as="offset" />
          </mxGeometry>
        </mxCell>
        <mxCell id="In8fDh9ZLN2M87an2Miy-73" edge="1" parent="1" source="In8fDh9ZLN2M87an2Miy-69" style="edgeStyle=orthogonalEdgeStyle;rounded=0;orthogonalLoop=1;jettySize=auto;html=1;entryX=0.5;entryY=0;entryDx=0;entryDy=0;" target="In8fDh9ZLN2M87an2Miy-111" value="">
          <mxGeometry relative="1" as="geometry">
            <mxPoint x="4303.87" y="1960" as="targetPoint" />
          </mxGeometry>
        </mxCell>
        <mxCell id="In8fDh9ZLN2M87an2Miy-74" connectable="0" parent="In8fDh9ZLN2M87an2Miy-73" style="edgeLabel;html=1;align=center;verticalAlign=middle;resizable=0;points=[];" value="0 - loan_application_id found" vertex="1">
          <mxGeometry relative="1" x="-0.1975" as="geometry">
            <mxPoint as="offset" />
          </mxGeometry>
        </mxCell>
        <mxCell id="In8fDh9ZLN2M87an2Miy-69" parent="1" style="rhombus;whiteSpace=wrap;html=1;verticalAlign=middle;" value="&lt;div style=&quot;text-align: center;&quot;&gt;&lt;span style=&quot;background-color: light-dark(rgb(255, 255, 255), rgb(18, 18, 18)); color: light-dark(rgb(33, 33, 33), rgb(209, 209, 209)); font-family: Inter, system-ui, -apple-system, &amp;quot;system-ui&amp;quot;, &amp;quot;Segoe UI&amp;quot;, Roboto, Oxygen, Ubuntu, Cantarell, &amp;quot;Fira Sans&amp;quot;, &amp;quot;Droid Sans&amp;quot;, Helvetica, Arial, sans-serif; text-align: left; white-space: pre-wrap;&quot;&gt;journalList&lt;br&gt;NOT CONTAINS&lt;/span&gt;&lt;/div&gt;&lt;span style=&quot;white-space: pre-wrap; color: rgb(33, 33, 33); font-family: Inter, system-ui, -apple-system, &amp;quot;system-ui&amp;quot;, &amp;quot;Segoe UI&amp;quot;, Roboto, Oxygen, Ubuntu, Cantarell, &amp;quot;Fira Sans&amp;quot;, &amp;quot;Droid Sans&amp;quot;, Helvetica, Arial, sans-serif; text-align: left; background-color: rgb(255, 255, 255);&quot;&gt;loan_application_id&lt;/span&gt;" vertex="1">
          <mxGeometry height="210" width="230" x="4189.5" y="1655" as="geometry" />
        </mxCell>
        <mxCell id="In8fDh9ZLN2M87an2Miy-78" edge="1" parent="1" source="In8fDh9ZLN2M87an2Miy-79" style="edgeStyle=orthogonalEdgeStyle;rounded=0;orthogonalLoop=1;jettySize=auto;html=1;" target="In8fDh9ZLN2M87an2Miy-80" value="">
          <mxGeometry relative="1" as="geometry" />
        </mxCell>
        <mxCell id="In8fDh9ZLN2M87an2Miy-79" parent="1" style="whiteSpace=wrap;html=1;" value="loan_application&lt;br&gt;success" vertex="1">
          <mxGeometry height="60" width="120" x="5616.37" y="1730" as="geometry" />
        </mxCell>
        <mxCell id="In8fDh9ZLN2M87an2Miy-132" edge="1" parent="1" source="In8fDh9ZLN2M87an2Miy-80" style="edgeStyle=orthogonalEdgeStyle;rounded=0;orthogonalLoop=1;jettySize=auto;html=1;" target="In8fDh9ZLN2M87an2Miy-131" value="">
          <mxGeometry relative="1" as="geometry" />
        </mxCell>
        <mxCell id="In8fDh9ZLN2M87an2Miy-80" parent="1" style="whiteSpace=wrap;html=1;" value="release &lt;br&gt;loan_limit.held_amount" vertex="1">
          <mxGeometry height="60" width="215" x="5568.87" y="1830" as="geometry" />
        </mxCell>
        <mxCell id="In8fDh9ZLN2M87an2Miy-95" edge="1" parent="1" source="In8fDh9ZLN2M87an2Miy-82" style="edgeStyle=orthogonalEdgeStyle;rounded=0;orthogonalLoop=1;jettySize=auto;html=1;" target="In8fDh9ZLN2M87an2Miy-94" value="">
          <mxGeometry relative="1" as="geometry" />
        </mxCell>
        <mxCell id="In8fDh9ZLN2M87an2Miy-82" parent="1" style="whiteSpace=wrap;html=1;" value="loan_application&lt;br&gt;next_retry_at = now + 5min" vertex="1">
          <mxGeometry height="60" width="170" x="5283.87" y="1890" as="geometry" />
        </mxCell>
        <mxCell id="In8fDh9ZLN2M87an2Miy-88" parent="1" style="whiteSpace=wrap;html=1;" value="create loan" vertex="1">
          <mxGeometry height="60" width="215" x="5568.87" y="2063.75" as="geometry" />
        </mxCell>
        <mxCell id="In8fDh9ZLN2M87an2Miy-94" parent="1" style="whiteSpace=wrap;html=1;" value="retry_count &amp;gt; 3&lt;br&gt;status = unknown" vertex="1">
          <mxGeometry height="60" width="120" x="5308.87" y="2010" as="geometry" />
        </mxCell>
        <mxCell id="In8fDh9ZLN2M87an2Miy-105" parent="1" style="rounded=0;whiteSpace=wrap;html=1;" value="Scheduler" vertex="1">
          <mxGeometry height="60" width="120" x="3119.5" y="1397.5" as="geometry" />
        </mxCell>
        <mxCell id="In8fDh9ZLN2M87an2Miy-127" edge="1" parent="1" source="In8fDh9ZLN2M87an2Miy-111" style="edgeStyle=orthogonalEdgeStyle;rounded=0;orthogonalLoop=1;jettySize=auto;html=1;" target="In8fDh9ZLN2M87an2Miy-126" value="">
          <mxGeometry relative="1" as="geometry" />
        </mxCell>
        <mxCell id="In8fDh9ZLN2M87an2Miy-135" edge="1" parent="1" source="In8fDh9ZLN2M87an2Miy-111" style="edgeStyle=orthogonalEdgeStyle;rounded=0;orthogonalLoop=1;jettySize=auto;html=1;entryX=0;entryY=0.5;entryDx=0;entryDy=0;" target="In8fDh9ZLN2M87an2Miy-222">
          <mxGeometry relative="1" as="geometry">
            <mxPoint x="4520" y="2280" as="targetPoint" />
          </mxGeometry>
        </mxCell>
        <mxCell id="In8fDh9ZLN2M87an2Miy-111" parent="1" style="rhombus;whiteSpace=wrap;html=1;" value="loan -&amp;gt; casa exists" vertex="1">
          <mxGeometry height="180" width="166.25" x="4219.5" y="2190" as="geometry" />
        </mxCell>
        <mxCell id="In8fDh9ZLN2M87an2Miy-113" parent="1" style="whiteSpace=wrap;html=1;" value="status = approved&lt;br&gt;processed_at = now&lt;br&gt;release held_amount&lt;br&gt;create loan" vertex="1">
          <mxGeometry height="72.5" width="130" x="5329.37" y="2243.75" as="geometry" />
        </mxCell>
        <mxCell id="In8fDh9ZLN2M87an2Miy-122" edge="1" parent="1" source="In8fDh9ZLN2M87an2Miy-118" style="edgeStyle=orthogonalEdgeStyle;rounded=0;orthogonalLoop=1;jettySize=auto;html=1;" target="In8fDh9ZLN2M87an2Miy-121" value="">
          <mxGeometry relative="1" as="geometry" />
        </mxCell>
        <mxCell id="In8fDh9ZLN2M87an2Miy-118" parent="1" style="whiteSpace=wrap;html=1;" value="row lock&lt;br&gt;loan_application" vertex="1">
          <mxGeometry height="60" width="120" x="4069.5" y="1402.5" as="geometry" />
        </mxCell>
        <mxCell id="In8fDh9ZLN2M87an2Miy-124" edge="1" parent="1" source="In8fDh9ZLN2M87an2Miy-121" style="edgeStyle=orthogonalEdgeStyle;rounded=0;orthogonalLoop=1;jettySize=auto;html=1;" target="In8fDh9ZLN2M87an2Miy-123" value="">
          <mxGeometry relative="1" as="geometry" />
        </mxCell>
        <mxCell id="In8fDh9ZLN2M87an2Miy-125" edge="1" parent="1" source="In8fDh9ZLN2M87an2Miy-121" style="edgeStyle=orthogonalEdgeStyle;rounded=0;orthogonalLoop=1;jettySize=auto;html=1;entryX=0.5;entryY=0;entryDx=0;entryDy=0;" target="In8fDh9ZLN2M87an2Miy-69">
          <mxGeometry relative="1" as="geometry" />
        </mxCell>
        <mxCell id="In8fDh9ZLN2M87an2Miy-121" parent="1" style="rhombus;whiteSpace=wrap;html=1;" value="processed_at &lt;br&gt;is not null" vertex="1">
          <mxGeometry height="115" width="110" x="4249.5" y="1375" as="geometry" />
        </mxCell>
        <mxCell id="In8fDh9ZLN2M87an2Miy-123" parent="1" style="whiteSpace=wrap;html=1;" value="skip processing" vertex="1">
          <mxGeometry height="60" width="120" x="4434.5" y="1402.5" as="geometry" />
        </mxCell>
        <mxCell id="In8fDh9ZLN2M87an2Miy-216" edge="1" parent="1" source="In8fDh9ZLN2M87an2Miy-126" style="edgeStyle=orthogonalEdgeStyle;rounded=0;orthogonalLoop=1;jettySize=auto;html=1;entryX=0.5;entryY=0;entryDx=0;entryDy=0;" target="In8fDh9ZLN2M87an2Miy-214">
          <mxGeometry relative="1" as="geometry" />
        </mxCell>
        <mxCell id="In8fDh9ZLN2M87an2Miy-126" parent="1" style="whiteSpace=wrap;html=1;" value="polaris&lt;br&gt;/loan/&lt;span style=&quot;white-space: pre-wrap; color: rgb(33, 33, 33); font-family: Inter, system-ui, -apple-system, &amp;quot;system-ui&amp;quot;, &amp;quot;Segoe UI&amp;quot;, Roboto, Oxygen, Ubuntu, Cantarell, &amp;quot;Fira Sans&amp;quot;, &amp;quot;Droid Sans&amp;quot;, Helvetica, Arial, sans-serif; text-align: left; background-color: rgb(255, 255, 255);&quot;&gt;grantLoanNonCash&lt;/span&gt;" vertex="1">
          <mxGeometry height="60" width="157.38" x="4223.93" y="2440" as="geometry" />
        </mxCell>
        <mxCell id="In8fDh9ZLN2M87an2Miy-130" parent="1" style="rounded=0;whiteSpace=wrap;html=1;fontSize=21;" value="WHERE TO TRIGGER CGW???" vertex="1">
          <mxGeometry height="290" width="450.63" x="5420" y="2815" as="geometry" />
        </mxCell>
        <mxCell id="In8fDh9ZLN2M87an2Miy-133" edge="1" parent="1" source="In8fDh9ZLN2M87an2Miy-131" style="edgeStyle=orthogonalEdgeStyle;rounded=0;orthogonalLoop=1;jettySize=auto;html=1;" target="In8fDh9ZLN2M87an2Miy-88" value="">
          <mxGeometry relative="1" as="geometry" />
        </mxCell>
        <mxCell id="In8fDh9ZLN2M87an2Miy-131" parent="1" style="whiteSpace=wrap;html=1;" value="processed_at = now" vertex="1">
          <mxGeometry height="60" width="120" x="5616.37" y="1942.5" as="geometry" />
        </mxCell>
        <mxCell id="In8fDh9ZLN2M87an2Miy-141" edge="1" parent="1" source="In8fDh9ZLN2M87an2Miy-134" style="edgeStyle=orthogonalEdgeStyle;rounded=0;orthogonalLoop=1;jettySize=auto;html=1;entryX=0;entryY=0.5;entryDx=0;entryDy=0;" target="In8fDh9ZLN2M87an2Miy-139">
          <mxGeometry relative="1" as="geometry" />
        </mxCell>
        <mxCell id="In8fDh9ZLN2M87an2Miy-145" edge="1" parent="1" source="In8fDh9ZLN2M87an2Miy-134" style="edgeStyle=orthogonalEdgeStyle;rounded=0;orthogonalLoop=1;jettySize=auto;html=1;" target="In8fDh9ZLN2M87an2Miy-144" value="">
          <mxGeometry relative="1" as="geometry" />
        </mxCell>
        <mxCell id="In8fDh9ZLN2M87an2Miy-134" parent="1" style="rhombus;whiteSpace=wrap;html=1;" value="casa -&amp;gt; domestic (CGW)&lt;br&gt;exists?" vertex="1">
          <mxGeometry height="180" width="190" x="4860" y="2190" as="geometry" />
        </mxCell>
        <mxCell id="In8fDh9ZLN2M87an2Miy-142" edge="1" parent="1" source="In8fDh9ZLN2M87an2Miy-139" style="edgeStyle=orthogonalEdgeStyle;rounded=0;orthogonalLoop=1;jettySize=auto;html=1;entryX=0;entryY=0.5;entryDx=0;entryDy=0;" target="In8fDh9ZLN2M87an2Miy-113">
          <mxGeometry relative="1" as="geometry" />
        </mxCell>
        <mxCell id="In8fDh9ZLN2M87an2Miy-227" edge="1" parent="1" source="In8fDh9ZLN2M87an2Miy-139" style="edgeStyle=orthogonalEdgeStyle;rounded=0;orthogonalLoop=1;jettySize=auto;html=1;entryX=1;entryY=0.5;entryDx=0;entryDy=0;" target="In8fDh9ZLN2M87an2Miy-225">
          <mxGeometry relative="1" as="geometry">
            <Array as="points">
              <mxPoint x="5196" y="2460" />
            </Array>
          </mxGeometry>
        </mxCell>
        <mxCell id="In8fDh9ZLN2M87an2Miy-139" parent="1" style="rhombus;whiteSpace=wrap;html=1;" value="casa -&amp;gt; domestic (CGW)&lt;br&gt;amount match" vertex="1">
          <mxGeometry height="180" width="172.5" x="5110" y="2190" as="geometry" />
        </mxCell>
        <mxCell id="In8fDh9ZLN2M87an2Miy-147" edge="1" parent="1" source="In8fDh9ZLN2M87an2Miy-144" style="edgeStyle=orthogonalEdgeStyle;rounded=0;orthogonalLoop=1;jettySize=auto;html=1;" target="In8fDh9ZLN2M87an2Miy-146" value="">
          <mxGeometry relative="1" as="geometry" />
        </mxCell>
        <mxCell id="In8fDh9ZLN2M87an2Miy-144" parent="1" style="whiteSpace=wrap;html=1;" value="Trigger CGW" vertex="1">
          <mxGeometry height="60" width="120" x="4895" y="2510" as="geometry" />
        </mxCell>
        <mxCell id="In8fDh9ZLN2M87an2Miy-148" edge="1" parent="1" source="In8fDh9ZLN2M87an2Miy-146" style="edgeStyle=orthogonalEdgeStyle;rounded=0;orthogonalLoop=1;jettySize=auto;html=1;entryX=0.5;entryY=1;entryDx=0;entryDy=0;" target="In8fDh9ZLN2M87an2Miy-113">
          <mxGeometry relative="1" as="geometry" />
        </mxCell>
        <mxCell id="In8fDh9ZLN2M87an2Miy-150" edge="1" parent="1" source="In8fDh9ZLN2M87an2Miy-146" style="edgeStyle=orthogonalEdgeStyle;rounded=0;orthogonalLoop=1;jettySize=auto;html=1;" target="In8fDh9ZLN2M87an2Miy-149" value="">
          <mxGeometry relative="1" as="geometry" />
        </mxCell>
        <mxCell id="In8fDh9ZLN2M87an2Miy-146" parent="1" style="rhombus;whiteSpace=wrap;html=1;" value="200" vertex="1">
          <mxGeometry height="80" width="80" x="5115" y="2500" as="geometry" />
        </mxCell>
        <mxCell id="In8fDh9ZLN2M87an2Miy-149" parent="1" style="whiteSpace=wrap;html=1;" value="next_retry_at = now + 5min" vertex="1">
          <mxGeometry height="60" width="155" x="5077.5" y="2650" as="geometry" />
        </mxCell>
-         <mxCell id="In8fDh9ZLN2M87an2Miy-154" edge="1" parent="1" source="In8fDh9ZLN2M87an2Miy-152" style="edgeStyle=orthogonalEdgeStyle;rounded=0;orthogonalLoop=1;jettySize=auto;html=1;entryX=0;entryY=0.5;entryDx=0;entryDy=0;" target="In8fDh9ZLN2M87an2Miy-153">
-           <mxGeometry relative="1" as="geometry" />
-         </mxCell>
        <mxCell id="In8fDh9ZLN2M87an2Miy-176" edge="1" parent="1" source="In8fDh9ZLN2M87an2Miy-152" style="edgeStyle=orthogonalEdgeStyle;rounded=0;orthogonalLoop=1;jettySize=auto;html=1;" target="In8fDh9ZLN2M87an2Miy-175" value="">
          <mxGeometry relative="1" as="geometry" />
        </mxCell>
-         <mxCell id="In8fDh9ZLN2M87an2Miy-152" parent="1" style="rhombus;whiteSpace=wrap;html=1;" value="Polaris&lt;br&gt;/loan/&lt;span style=&quot;color: rgb(33, 33, 33); font-family: Inter, system-ui, -apple-system, &amp;quot;system-ui&amp;quot;, &amp;quot;Segoe UI&amp;quot;, Roboto, Oxygen, Ubuntu, Cantarell, &amp;quot;Fira Sans&amp;quot;, &amp;quot;Droid Sans&amp;quot;, Helvetica, Arial, sans-serif; text-align: left; white-space: pre-wrap; background-color: rgb(255, 255, 255);&quot;&gt;getAccountDetail&lt;/span&gt;&lt;br&gt;loan_application.amount &amp;lt;= polaris.available_amount" vertex="1">
-           <mxGeometry height="190" width="230" x="1802.5" y="1060" as="geometry" />
+         <mxCell id="In8fDh9ZLN2M87an2Miy-244" edge="1" parent="1" source="In8fDh9ZLN2M87an2Miy-152" style="edgeStyle=orthogonalEdgeStyle;rounded=0;orthogonalLoop=1;jettySize=auto;html=1;entryX=0;entryY=0.5;entryDx=0;entryDy=0;" target="In8fDh9ZLN2M87an2Miy-162">
+           <mxGeometry relative="1" as="geometry" />
+         </mxCell>
+         <mxCell id="In8fDh9ZLN2M87an2Miy-152" parent="1" style="rhombus;whiteSpace=wrap;html=1;" value="loan_application.amount &amp;lt;= line.available_amount" vertex="1">
+           <mxGeometry height="190" width="230" x="1000" y="1040" as="geometry" />
        </mxCell>
        <mxCell id="In8fDh9ZLN2M87an2Miy-158" edge="1" parent="1" source="In8fDh9ZLN2M87an2Miy-153" style="edgeStyle=orthogonalEdgeStyle;rounded=0;orthogonalLoop=1;jettySize=auto;html=1;entryX=0;entryY=0.5;entryDx=0;entryDy=0;" target="In8fDh9ZLN2M87an2Miy-157">
          <mxGeometry relative="1" as="geometry" />
        </mxCell>
        <mxCell id="In8fDh9ZLN2M87an2Miy-153" parent="1" style="whiteSpace=wrap;html=1;" value="Polaris /loan/&lt;span style=&quot;color: rgb(33, 33, 33); font-family: Inter, system-ui, -apple-system, &amp;quot;system-ui&amp;quot;, &amp;quot;Segoe UI&amp;quot;, Roboto, Oxygen, Ubuntu, Cantarell, &amp;quot;Fira Sans&amp;quot;, &amp;quot;Droid Sans&amp;quot;, Helvetica, Arial, sans-serif; text-align: left; white-space: pre-wrap; background-color: rgb(255, 255, 255);&quot;&gt;grantLoanNonCash&lt;br/&gt;+ CGW trigger&lt;/span&gt;" vertex="1">
          <mxGeometry height="60" width="170" x="2130" y="1125" as="geometry" />
        </mxCell>
        <mxCell id="In8fDh9ZLN2M87an2Miy-177" edge="1" parent="1" source="In8fDh9ZLN2M87an2Miy-157" style="edgeStyle=orthogonalEdgeStyle;rounded=0;orthogonalLoop=1;jettySize=auto;html=1;entryX=0;entryY=0.5;entryDx=0;entryDy=0;" target="In8fDh9ZLN2M87an2Miy-105">
          <mxGeometry relative="1" as="geometry">
            <Array as="points">
              <mxPoint x="2400" y="1427" />
            </Array>
            <mxPoint x="2809.5" y="1427.5" as="targetPoint" />
          </mxGeometry>
        </mxCell>
        <mxCell id="In8fDh9ZLN2M87an2Miy-192" connectable="0" parent="In8fDh9ZLN2M87an2Miy-177" style="edgeLabel;html=1;align=center;verticalAlign=middle;resizable=0;points=[];" value="return warning?,&lt;br&gt;row is not scheduler&#39;s task&lt;div&gt;&lt;br&gt;&lt;/div&gt;" vertex="1">
          <mxGeometry relative="1" x="-0.7641" as="geometry">
            <mxPoint y="1" as="offset" />
          </mxGeometry>
        </mxCell>
        <mxCell id="In8fDh9ZLN2M87an2Miy-157" parent="1" style="rhombus;whiteSpace=wrap;html=1;" value="200" vertex="1">
          <mxGeometry height="80" width="80" x="2360" y="1115" as="geometry" />
        </mxCell>
-         <mxCell id="In8fDh9ZLN2M87an2Miy-164" edge="1" parent="1" source="In8fDh9ZLN2M87an2Miy-161" style="edgeStyle=orthogonalEdgeStyle;rounded=0;orthogonalLoop=1;jettySize=auto;html=1;" target="In8fDh9ZLN2M87an2Miy-162" value="">
+         <mxCell id="In8fDh9ZLN2M87an2Miy-243" edge="1" parent="1" source="In8fDh9ZLN2M87an2Miy-161" style="edgeStyle=orthogonalEdgeStyle;rounded=0;orthogonalLoop=1;jettySize=auto;html=1;entryX=0;entryY=0.5;entryDx=0;entryDy=0;" target="In8fDh9ZLN2M87an2Miy-152">
          <mxGeometry relative="1" as="geometry" />
        </mxCell>
        <mxCell id="In8fDh9ZLN2M87an2Miy-161" parent="1" style="rounded=0;whiteSpace=wrap;html=1;" value="loan account row lock" vertex="1">
-           <mxGeometry height="60" width="145" x="895" y="1125" as="geometry" />
+           <mxGeometry height="60" width="145" x="735" y="1105" as="geometry" />
        </mxCell>
        <mxCell id="In8fDh9ZLN2M87an2Miy-165" edge="1" parent="1" source="In8fDh9ZLN2M87an2Miy-162" style="edgeStyle=orthogonalEdgeStyle;rounded=0;orthogonalLoop=1;jettySize=auto;html=1;" target="In8fDh9ZLN2M87an2Miy-12">
          <mxGeometry relative="1" as="geometry" />
        </mxCell>
        <mxCell id="In8fDh9ZLN2M87an2Miy-162" parent="1" style="rounded=0;whiteSpace=wrap;html=1;" value="&lt;span style=&quot;font-weight: 700; text-align: left;&quot;&gt;ROWLOCK - loan_limits.held_amount += amount&lt;/span&gt;" vertex="1">
-           <mxGeometry height="60" width="215" x="1120" y="1125" as="geometry" />
+           <mxGeometry height="60" width="215" x="1345" y="1105" as="geometry" />
        </mxCell>
        <mxCell id="In8fDh9ZLN2M87an2Miy-184" edge="1" parent="1" source="In8fDh9ZLN2M87an2Miy-166" style="edgeStyle=orthogonalEdgeStyle;rounded=0;orthogonalLoop=1;jettySize=auto;html=1;" target="In8fDh9ZLN2M87an2Miy-183" value="">
          <mxGeometry relative="1" as="geometry" />
        </mxCell>
        <mxCell id="In8fDh9ZLN2M87an2Miy-166" parent="1" style="swimlane;fontStyle=0;childLayout=stackLayout;horizontal=1;startSize=30;horizontalStack=0;resizeParent=1;resizeParentMax=0;resizeLast=0;collapsible=1;marginBottom=0;whiteSpace=wrap;html=1;" value="Loan issued" vertex="1">
          <mxGeometry height="150" width="210" x="2590" y="1130" as="geometry" />
        </mxCell>
        <mxCell id="In8fDh9ZLN2M87an2Miy-167" parent="In8fDh9ZLN2M87an2Miy-166" style="text;strokeColor=none;fillColor=none;align=left;verticalAlign=middle;spacingLeft=4;spacingRight=4;overflow=hidden;points=[[0,0.5],[1,0.5]];portConstraint=eastwest;rotatable=0;whiteSpace=wrap;html=1;" value="loan_application = approved" vertex="1">
          <mxGeometry height="30" width="210" y="30" as="geometry" />
        </mxCell>
        <mxCell id="In8fDh9ZLN2M87an2Miy-168" parent="In8fDh9ZLN2M87an2Miy-166" style="text;strokeColor=none;fillColor=none;align=left;verticalAlign=middle;spacingLeft=4;spacingRight=4;overflow=hidden;points=[[0,0.5],[1,0.5]];portConstraint=eastwest;rotatable=0;whiteSpace=wrap;html=1;" value="create loan" vertex="1">
          <mxGeometry height="30" width="210" y="60" as="geometry" />
        </mxCell>
        <mxCell id="In8fDh9ZLN2M87an2Miy-169" parent="In8fDh9ZLN2M87an2Miy-166" style="text;strokeColor=none;fillColor=none;align=left;verticalAlign=middle;spacingLeft=4;spacingRight=4;overflow=hidden;points=[[0,0.5],[1,0.5]];portConstraint=eastwest;rotatable=0;whiteSpace=wrap;html=1;" value="release lock" vertex="1">
          <mxGeometry height="30" width="210" y="90" as="geometry" />
        </mxCell>
        <mxCell id="In8fDh9ZLN2M87an2Miy-191" parent="In8fDh9ZLN2M87an2Miy-166" style="text;strokeColor=none;fillColor=none;align=left;verticalAlign=middle;spacingLeft=4;spacingRight=4;overflow=hidden;points=[[0,0.5],[1,0.5]];portConstraint=eastwest;rotatable=0;whiteSpace=wrap;html=1;" value="processed_at = now" vertex="1">
          <mxGeometry height="30" width="210" y="120" as="geometry" />
        </mxCell>
        <mxCell id="In8fDh9ZLN2M87an2Miy-170" edge="1" parent="1" source="In8fDh9ZLN2M87an2Miy-157" style="edgeStyle=orthogonalEdgeStyle;rounded=0;orthogonalLoop=1;jettySize=auto;html=1;entryX=0.003;entryY=0.156;entryDx=0;entryDy=0;entryPerimeter=0;" target="In8fDh9ZLN2M87an2Miy-166">
          <mxGeometry relative="1" as="geometry" />
        </mxCell>
        <mxCell id="In8fDh9ZLN2M87an2Miy-174" parent="1" style="text;html=1;whiteSpace=wrap;strokeColor=none;fillColor=none;align=center;verticalAlign=middle;rounded=0;" value="&lt;div style=&quot;background-color:#ffffff;color:#080808&quot;&gt;&lt;pre style=&quot;font-family:&#39;JetBrains Mono&#39;,monospace;font-size:9.8pt;&quot;&gt;&lt;span style=&quot;color:#9e880d;&quot;&gt;@Transactional&lt;/span&gt;(propagation = &lt;span style=&quot;color:#000000;&quot;&gt;Propagation&lt;/span&gt;.&lt;span style=&quot;color:#871094;font-style:italic;&quot;&gt;REQUIRES_NEW&lt;/span&gt;)&lt;/pre&gt;&lt;/div&gt;" vertex="1">
-           <mxGeometry height="30" width="240" x="1200" y="1010" as="geometry" />
+           <mxGeometry height="30" width="240" x="1010" y="980" as="geometry" />
        </mxCell>
        <mxCell id="In8fDh9ZLN2M87an2Miy-175" parent="1" style="whiteSpace=wrap;html=1;" value="Rollback, return error" vertex="1">
-           <mxGeometry height="60" width="132.5" x="1851.25" y="1295" as="geometry" />
+           <mxGeometry height="60" width="132.5" x="1048.75" y="1352.5" as="geometry" />
        </mxCell>
        <mxCell id="In8fDh9ZLN2M87an2Miy-186" edge="1" parent="1" source="In8fDh9ZLN2M87an2Miy-183" style="edgeStyle=orthogonalEdgeStyle;rounded=0;orthogonalLoop=1;jettySize=auto;html=1;" target="In8fDh9ZLN2M87an2Miy-185" value="">
          <mxGeometry relative="1" as="geometry" />
        </mxCell>
        <mxCell id="In8fDh9ZLN2M87an2Miy-187" edge="1" parent="1" source="In8fDh9ZLN2M87an2Miy-183" style="edgeStyle=orthogonalEdgeStyle;rounded=0;orthogonalLoop=1;jettySize=auto;html=1;" target="In8fDh9ZLN2M87an2Miy-105">
          <mxGeometry relative="1" as="geometry">
            <Array as="points">
              <mxPoint x="2995" y="1427" />
            </Array>
          </mxGeometry>
        </mxCell>
        <mxCell id="In8fDh9ZLN2M87an2Miy-195" connectable="0" parent="In8fDh9ZLN2M87an2Miy-187" style="edgeLabel;html=1;align=center;verticalAlign=middle;resizable=0;points=[];" value="return warning?,&lt;br&gt;row is not scheduler&#39;s task&lt;div&gt;&lt;br&gt;&lt;/div&gt;" vertex="1">
          <mxGeometry relative="1" x="-0.5656" y="1" as="geometry">
            <mxPoint as="offset" />
          </mxGeometry>
        </mxCell>
        <mxCell id="In8fDh9ZLN2M87an2Miy-183" parent="1" style="rhombus;whiteSpace=wrap;html=1;fontStyle=0;startSize=30;horizontal=1;" value="db transaction success?" vertex="1">
          <mxGeometry height="135" width="130" x="2930" y="1122.5" as="geometry" />
        </mxCell>
        <mxCell id="In8fDh9ZLN2M87an2Miy-185" parent="1" style="whiteSpace=wrap;html=1;fontStyle=0;startSize=30;horizontal=1;" value="return success to client" vertex="1">
          <mxGeometry height="60" width="120" x="3145" y="1160" as="geometry" />
        </mxCell>
        <mxCell id="In8fDh9ZLN2M87an2Miy-189" parent="1" style="text;html=1;whiteSpace=wrap;strokeColor=none;fillColor=none;align=center;verticalAlign=middle;rounded=0;fontSize=26;" value="&lt;div style=&quot;background-color:#ffffff;color:#080808&quot;&gt;&lt;pre style=&quot;font-family: &amp;quot;JetBrains Mono&amp;quot;, monospace;&quot;&gt;&lt;span style=&quot;color:#9e880d;&quot;&gt;@Transactional&lt;/span&gt;(propagation = &lt;span style=&quot;color:#000000;&quot;&gt;Propagation&lt;/span&gt;.&lt;span style=&quot;color:#871094;font-style:italic;&quot;&gt;REQUIRES_NEW&lt;/span&gt;)&lt;/pre&gt;&lt;/div&gt;" vertex="1">
          <mxGeometry height="30" width="240" x="4918.87" y="1265" as="geometry" />
        </mxCell>
        <mxCell id="In8fDh9ZLN2M87an2Miy-198" parent="1" style="text;html=1;whiteSpace=wrap;strokeColor=none;fillColor=none;align=center;verticalAlign=middle;rounded=0;fontSize=32;" value="BNPL request flow" vertex="1">
          <mxGeometry height="30" width="470" x="-80" y="2930" as="geometry" />
        </mxCell>
        <mxCell id="In8fDh9ZLN2M87an2Miy-199" edge="1" parent="1" source="In8fDh9ZLN2M87an2Miy-200" style="edgeStyle=orthogonalEdgeStyle;rounded=0;orthogonalLoop=1;jettySize=auto;html=1;" target="In8fDh9ZLN2M87an2Miy-202" value="">
          <mxGeometry relative="1" as="geometry" />
        </mxCell>
        <mxCell id="In8fDh9ZLN2M87an2Miy-200" parent="1" style="shape=umlActor;verticalLabelPosition=bottom;verticalAlign=top;html=1;outlineConnect=0;" value="Actor" vertex="1">
          <mxGeometry height="60" width="30" x="20" y="3135" as="geometry" />
        </mxCell>
        <mxCell id="In8fDh9ZLN2M87an2Miy-201" edge="1" parent="1" source="In8fDh9ZLN2M87an2Miy-202" style="edgeStyle=orthogonalEdgeStyle;rounded=0;orthogonalLoop=1;jettySize=auto;html=1;entryX=0.011;entryY=0.06;entryDx=0;entryDy=0;entryPerimeter=0;" target="In8fDh9ZLN2M87an2Miy-209" value="">
          <mxGeometry relative="1" as="geometry">
            <mxPoint x="440" y="3165" as="targetPoint" />
          </mxGeometry>
        </mxCell>
        <mxCell id="In8fDh9ZLN2M87an2Miy-202" parent="1" style="whiteSpace=wrap;html=1;verticalAlign=top;" value="&lt;div&gt;&lt;br&gt;&lt;/div&gt;&lt;div&gt;One tap loan&lt;/div&gt;" vertex="1">
          <mxGeometry height="60" width="120" x="230" y="3135" as="geometry" />
        </mxCell>
        <mxCell id="In8fDh9ZLN2M87an2Miy-203" edge="1" parent="1" source="In8fDh9ZLN2M87an2Miy-205" style="edgeStyle=orthogonalEdgeStyle;rounded=0;orthogonalLoop=1;jettySize=auto;html=1;" target="In8fDh9ZLN2M87an2Miy-206" value="">
          <mxGeometry relative="1" as="geometry" />
        </mxCell>
        <mxCell id="In8fDh9ZLN2M87an2Miy-204" connectable="0" parent="In8fDh9ZLN2M87an2Miy-203" style="edgeLabel;html=1;align=center;verticalAlign=middle;resizable=0;points=[];" value="0" vertex="1">
          <mxGeometry relative="1" x="-0.2091" y="-1" as="geometry">
            <mxPoint as="offset" />
          </mxGeometry>
        </mxCell>
        <mxCell id="In8fDh9ZLN2M87an2Miy-213" edge="1" parent="1" source="In8fDh9ZLN2M87an2Miy-205" style="edgeStyle=orthogonalEdgeStyle;rounded=0;orthogonalLoop=1;jettySize=auto;html=1;" target="In8fDh9ZLN2M87an2Miy-212" value="">
          <mxGeometry relative="1" as="geometry" />
        </mxCell>
        <mxCell id="In8fDh9ZLN2M87an2Miy-205" parent="1" style="rhombus;whiteSpace=wrap;html=1;verticalAlign=top;" value="&lt;br&gt;&lt;br&gt;&lt;div&gt;&lt;br&gt;&lt;/div&gt;&lt;div&gt;Loan validation&lt;br&gt;success&lt;/div&gt;" vertex="1">
          <mxGeometry height="120" width="140" x="720" y="3105" as="geometry" />
        </mxCell>
        <mxCell id="In8fDh9ZLN2M87an2Miy-206" parent="1" style="whiteSpace=wrap;html=1;verticalAlign=middle;" value="Return err message" vertex="1">
          <mxGeometry height="60" width="120" x="730" y="3305" as="geometry" />
        </mxCell>
        <mxCell id="In8fDh9ZLN2M87an2Miy-207" edge="1" parent="1" source="In8fDh9ZLN2M87an2Miy-208" style="edgeStyle=orthogonalEdgeStyle;rounded=0;orthogonalLoop=1;jettySize=auto;html=1;entryX=0;entryY=0.5;entryDx=0;entryDy=0;" target="In8fDh9ZLN2M87an2Miy-205">
          <mxGeometry relative="1" as="geometry" />
        </mxCell>
        <mxCell id="In8fDh9ZLN2M87an2Miy-208" parent="1" style="swimlane;fontStyle=0;childLayout=stackLayout;horizontal=1;startSize=30;horizontalStack=0;resizeParent=1;resizeParentMax=0;resizeLast=0;collapsible=1;marginBottom=0;whiteSpace=wrap;html=1;" value="Validations" vertex="1">
          <mxGeometry height="120" width="140" x="460" y="3135" as="geometry" />
        </mxCell>
        <mxCell id="In8fDh9ZLN2M87an2Miy-209" parent="In8fDh9ZLN2M87an2Miy-208" style="text;strokeColor=none;fillColor=none;align=left;verticalAlign=middle;spacingLeft=4;spacingRight=4;overflow=hidden;points=[[0,0.5],[1,0.5]];portConstraint=eastwest;rotatable=0;whiteSpace=wrap;html=1;" value="user status" vertex="1">
          <mxGeometry height="30" width="140" y="30" as="geometry" />
        </mxCell>
        <mxCell id="In8fDh9ZLN2M87an2Miy-210" parent="In8fDh9ZLN2M87an2Miy-208" style="text;strokeColor=none;fillColor=none;align=left;verticalAlign=middle;spacingLeft=4;spacingRight=4;overflow=hidden;points=[[0,0.5],[1,0.5]];portConstraint=eastwest;rotatable=0;whiteSpace=wrap;html=1;" value="kyc status" vertex="1">
          <mxGeometry height="30" width="140" y="60" as="geometry" />
        </mxCell>
        <mxCell id="In8fDh9ZLN2M87an2Miy-211" parent="In8fDh9ZLN2M87an2Miy-208" style="text;strokeColor=none;fillColor=none;align=left;verticalAlign=middle;spacingLeft=4;spacingRight=4;overflow=hidden;points=[[0,0.5],[1,0.5]];portConstraint=eastwest;rotatable=0;whiteSpace=wrap;html=1;" value="loan limit status" vertex="1">
          <mxGeometry height="30" width="140" y="90" as="geometry" />
        </mxCell>
        <mxCell id="In8fDh9ZLN2M87an2Miy-212" parent="1" style="whiteSpace=wrap;html=1;verticalAlign=middle;" value="Same as one-tap ??" vertex="1">
          <mxGeometry height="60" width="120" x="950" y="3135" as="geometry" />
        </mxCell>
        <mxCell id="In8fDh9ZLN2M87an2Miy-218" edge="1" parent="1" source="In8fDh9ZLN2M87an2Miy-214" style="edgeStyle=orthogonalEdgeStyle;rounded=0;orthogonalLoop=1;jettySize=auto;html=1;entryX=0;entryY=0.5;entryDx=0;entryDy=0;" target="In8fDh9ZLN2M87an2Miy-134">
          <mxGeometry relative="1" as="geometry">
            <Array as="points">
              <mxPoint x="4860" y="2630" />
            </Array>
          </mxGeometry>
        </mxCell>
        <mxCell id="In8fDh9ZLN2M87an2Miy-221" edge="1" parent="1" source="In8fDh9ZLN2M87an2Miy-214" style="edgeStyle=orthogonalEdgeStyle;rounded=0;orthogonalLoop=1;jettySize=auto;html=1;entryX=0;entryY=0.5;entryDx=0;entryDy=0;" target="In8fDh9ZLN2M87an2Miy-149">
          <mxGeometry relative="1" as="geometry">
            <Array as="points">
              <mxPoint x="4303" y="2680" />
            </Array>
          </mxGeometry>
        </mxCell>
        <mxCell id="In8fDh9ZLN2M87an2Miy-214" parent="1" style="rhombus;whiteSpace=wrap;html=1;" value="200" vertex="1">
          <mxGeometry height="80" width="80" x="4262.62" y="2590" as="geometry" />
        </mxCell>
        <mxCell id="In8fDh9ZLN2M87an2Miy-223" edge="1" parent="1" source="In8fDh9ZLN2M87an2Miy-222" style="edgeStyle=orthogonalEdgeStyle;rounded=0;orthogonalLoop=1;jettySize=auto;html=1;" target="In8fDh9ZLN2M87an2Miy-134">
          <mxGeometry relative="1" as="geometry" />
        </mxCell>
        <mxCell id="In8fDh9ZLN2M87an2Miy-226" edge="1" parent="1" source="In8fDh9ZLN2M87an2Miy-222" style="edgeStyle=orthogonalEdgeStyle;rounded=0;orthogonalLoop=1;jettySize=auto;html=1;" target="In8fDh9ZLN2M87an2Miy-225" value="">
          <mxGeometry relative="1" as="geometry" />
        </mxCell>
        <mxCell id="In8fDh9ZLN2M87an2Miy-222" parent="1" style="rhombus;whiteSpace=wrap;html=1;" value="loan -&amp;gt; casa &lt;br&gt;amount match" vertex="1">
          <mxGeometry height="156.25" width="155" x="4561.37" y="2201.88" as="geometry" />
        </mxCell>
        <mxCell id="In8fDh9ZLN2M87an2Miy-225" parent="1" style="whiteSpace=wrap;html=1;" value="status = manual_review??" vertex="1">
          <mxGeometry height="60" width="120" x="4578.87" y="2429.995" as="geometry" />
+         </mxCell>
+         <mxCell id="In8fDh9ZLN2M87an2Miy-234" edge="1" parent="1" source="In8fDh9ZLN2M87an2Miy-228" style="edgeStyle=orthogonalEdgeStyle;rounded=0;orthogonalLoop=1;jettySize=auto;html=1;" target="In8fDh9ZLN2M87an2Miy-233" value="">
+           <mxGeometry relative="1" as="geometry" />
+         </mxCell>
+         <mxCell id="In8fDh9ZLN2M87an2Miy-245" edge="1" parent="1" source="In8fDh9ZLN2M87an2Miy-228" style="edgeStyle=orthogonalEdgeStyle;rounded=0;orthogonalLoop=1;jettySize=auto;html=1;entryX=0;entryY=0.5;entryDx=0;entryDy=0;" target="In8fDh9ZLN2M87an2Miy-161">
+           <mxGeometry relative="1" as="geometry" />
+         </mxCell>
+         <mxCell id="In8fDh9ZLN2M87an2Miy-228" parent="1" style="rhombus;whiteSpace=wrap;html=1;" value="Polaris&lt;br&gt;/line/&lt;span style=&quot;color: rgb(33, 33, 33); font-family: Inter, system-ui, -apple-system, &amp;quot;system-ui&amp;quot;, &amp;quot;Segoe UI&amp;quot;, Roboto, Oxygen, Ubuntu, Cantarell, &amp;quot;Fira Sans&amp;quot;, &amp;quot;Droid Sans&amp;quot;, Helvetica, Arial, sans-serif; text-align: left; white-space: pre-wrap; background-color: rgb(255, 255, 255);&quot;&gt;getAccountDetail&lt;/span&gt;&lt;br&gt;200" vertex="1">
+           <mxGeometry height="225" width="260" x="190" y="1020" as="geometry" />
+         </mxCell>
+         <mxCell id="In8fDh9ZLN2M87an2Miy-236" edge="1" parent="1" source="In8fDh9ZLN2M87an2Miy-233" style="edgeStyle=orthogonalEdgeStyle;rounded=0;orthogonalLoop=1;jettySize=auto;html=1;" target="In8fDh9ZLN2M87an2Miy-235" value="">
+           <mxGeometry relative="1" as="geometry" />
+         </mxCell>
+         <mxCell id="In8fDh9ZLN2M87an2Miy-242" edge="1" parent="1" source="In8fDh9ZLN2M87an2Miy-233" style="edgeStyle=orthogonalEdgeStyle;rounded=0;orthogonalLoop=1;jettySize=auto;html=1;entryX=0;entryY=0.5;entryDx=0;entryDy=0;" target="In8fDh9ZLN2M87an2Miy-241" value="">
+           <mxGeometry relative="1" as="geometry">
+             <mxPoint x="390" y="1372.5" as="targetPoint" />
+           </mxGeometry>
+         </mxCell>
+         <mxCell id="In8fDh9ZLN2M87an2Miy-233" parent="1" style="rhombus;whiteSpace=wrap;html=1;" value="501" vertex="1">
+           <mxGeometry height="80" width="80" x="280" y="1332.5" as="geometry" />
+         </mxCell>
+         <mxCell id="In8fDh9ZLN2M87an2Miy-238" edge="1" parent="1" source="In8fDh9ZLN2M87an2Miy-235" style="edgeStyle=orthogonalEdgeStyle;rounded=0;orthogonalLoop=1;jettySize=auto;html=1;entryX=0;entryY=0.5;entryDx=0;entryDy=0;" target="In8fDh9ZLN2M87an2Miy-237" value="">
+           <mxGeometry relative="1" as="geometry">
+             <mxPoint x="460" y="1555" as="targetPoint" />
+           </mxGeometry>
+         </mxCell>
+         <mxCell id="In8fDh9ZLN2M87an2Miy-240" edge="1" parent="1" source="In8fDh9ZLN2M87an2Miy-235" style="edgeStyle=orthogonalEdgeStyle;rounded=0;orthogonalLoop=1;jettySize=auto;html=1;" target="In8fDh9ZLN2M87an2Miy-239" value="">
+           <mxGeometry relative="1" as="geometry" />
+         </mxCell>
+         <mxCell id="In8fDh9ZLN2M87an2Miy-235" parent="1" style="rhombus;whiteSpace=wrap;html=1;" value="timeout, http err" vertex="1">
+           <mxGeometry height="125" width="120" x="260" y="1492.5" as="geometry" />
+         </mxCell>
+         <mxCell id="In8fDh9ZLN2M87an2Miy-237" parent="1" style="whiteSpace=wrap;html=1;" value="return err msg&lt;br&gt;try again" vertex="1">
+           <mxGeometry height="60" width="120" x="480" y="1525" as="geometry" />
+         </mxCell>
+         <mxCell id="In8fDh9ZLN2M87an2Miy-239" parent="1" style="whiteSpace=wrap;html=1;" value="return err msg&lt;br&gt;try again?" vertex="1">
+           <mxGeometry height="60" width="120" x="260" y="1730" as="geometry" />
+         </mxCell>
+         <mxCell id="In8fDh9ZLN2M87an2Miy-241" parent="1" style="whiteSpace=wrap;html=1;" value="return err msg" vertex="1">
+           <mxGeometry height="60" width="120" x="460" y="1345" as="geometry" />
        </mxCell>
      </root>
    </mxGraphModel>
  </diagram>
</mxfile>
